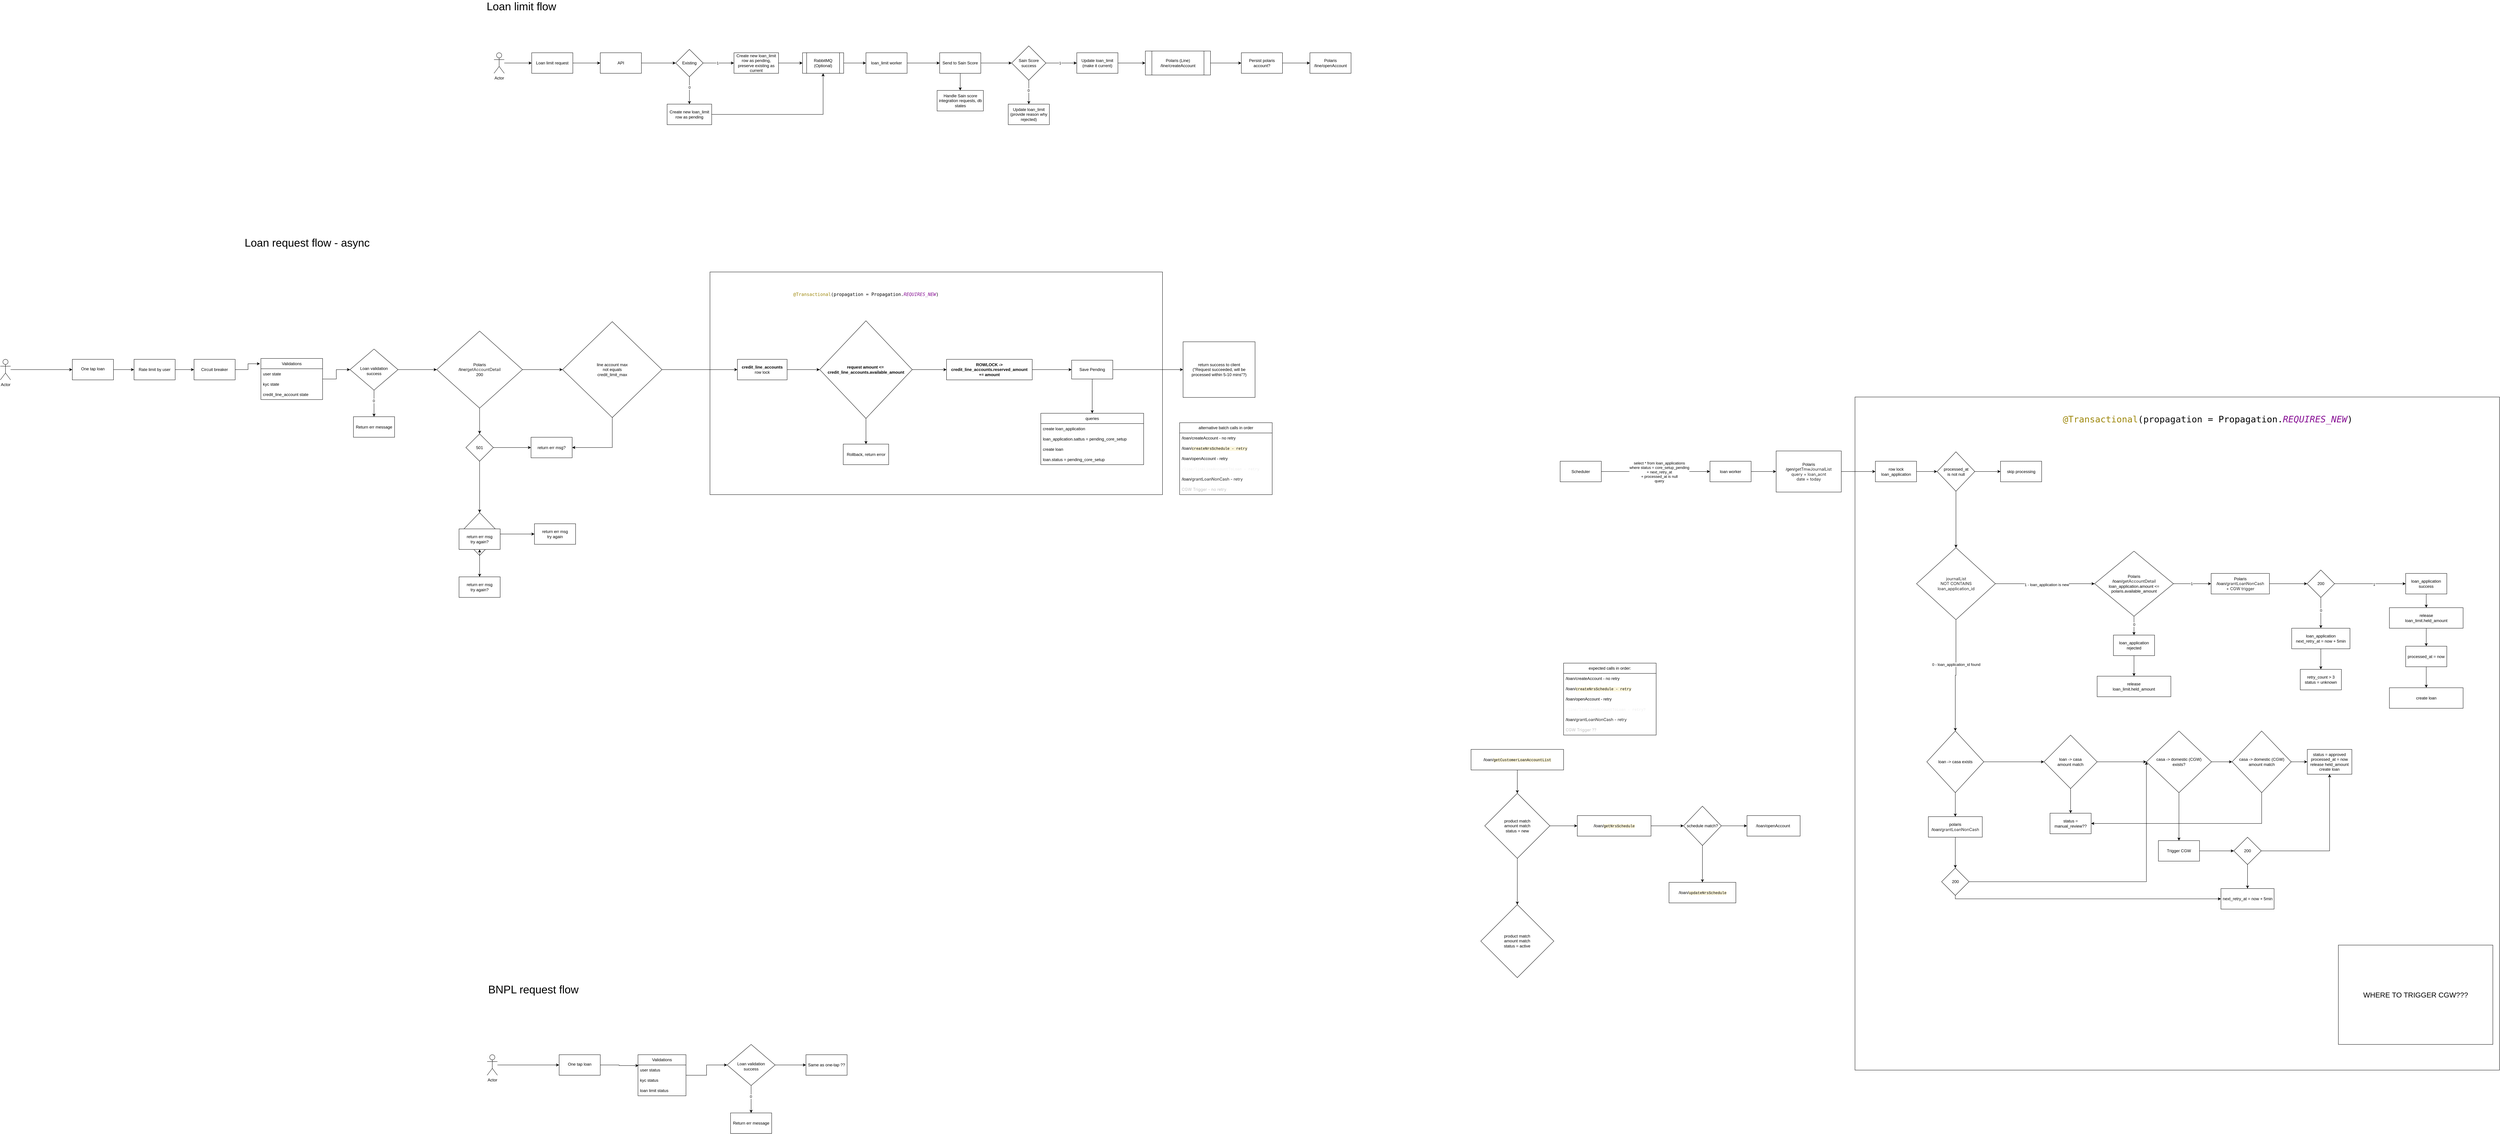
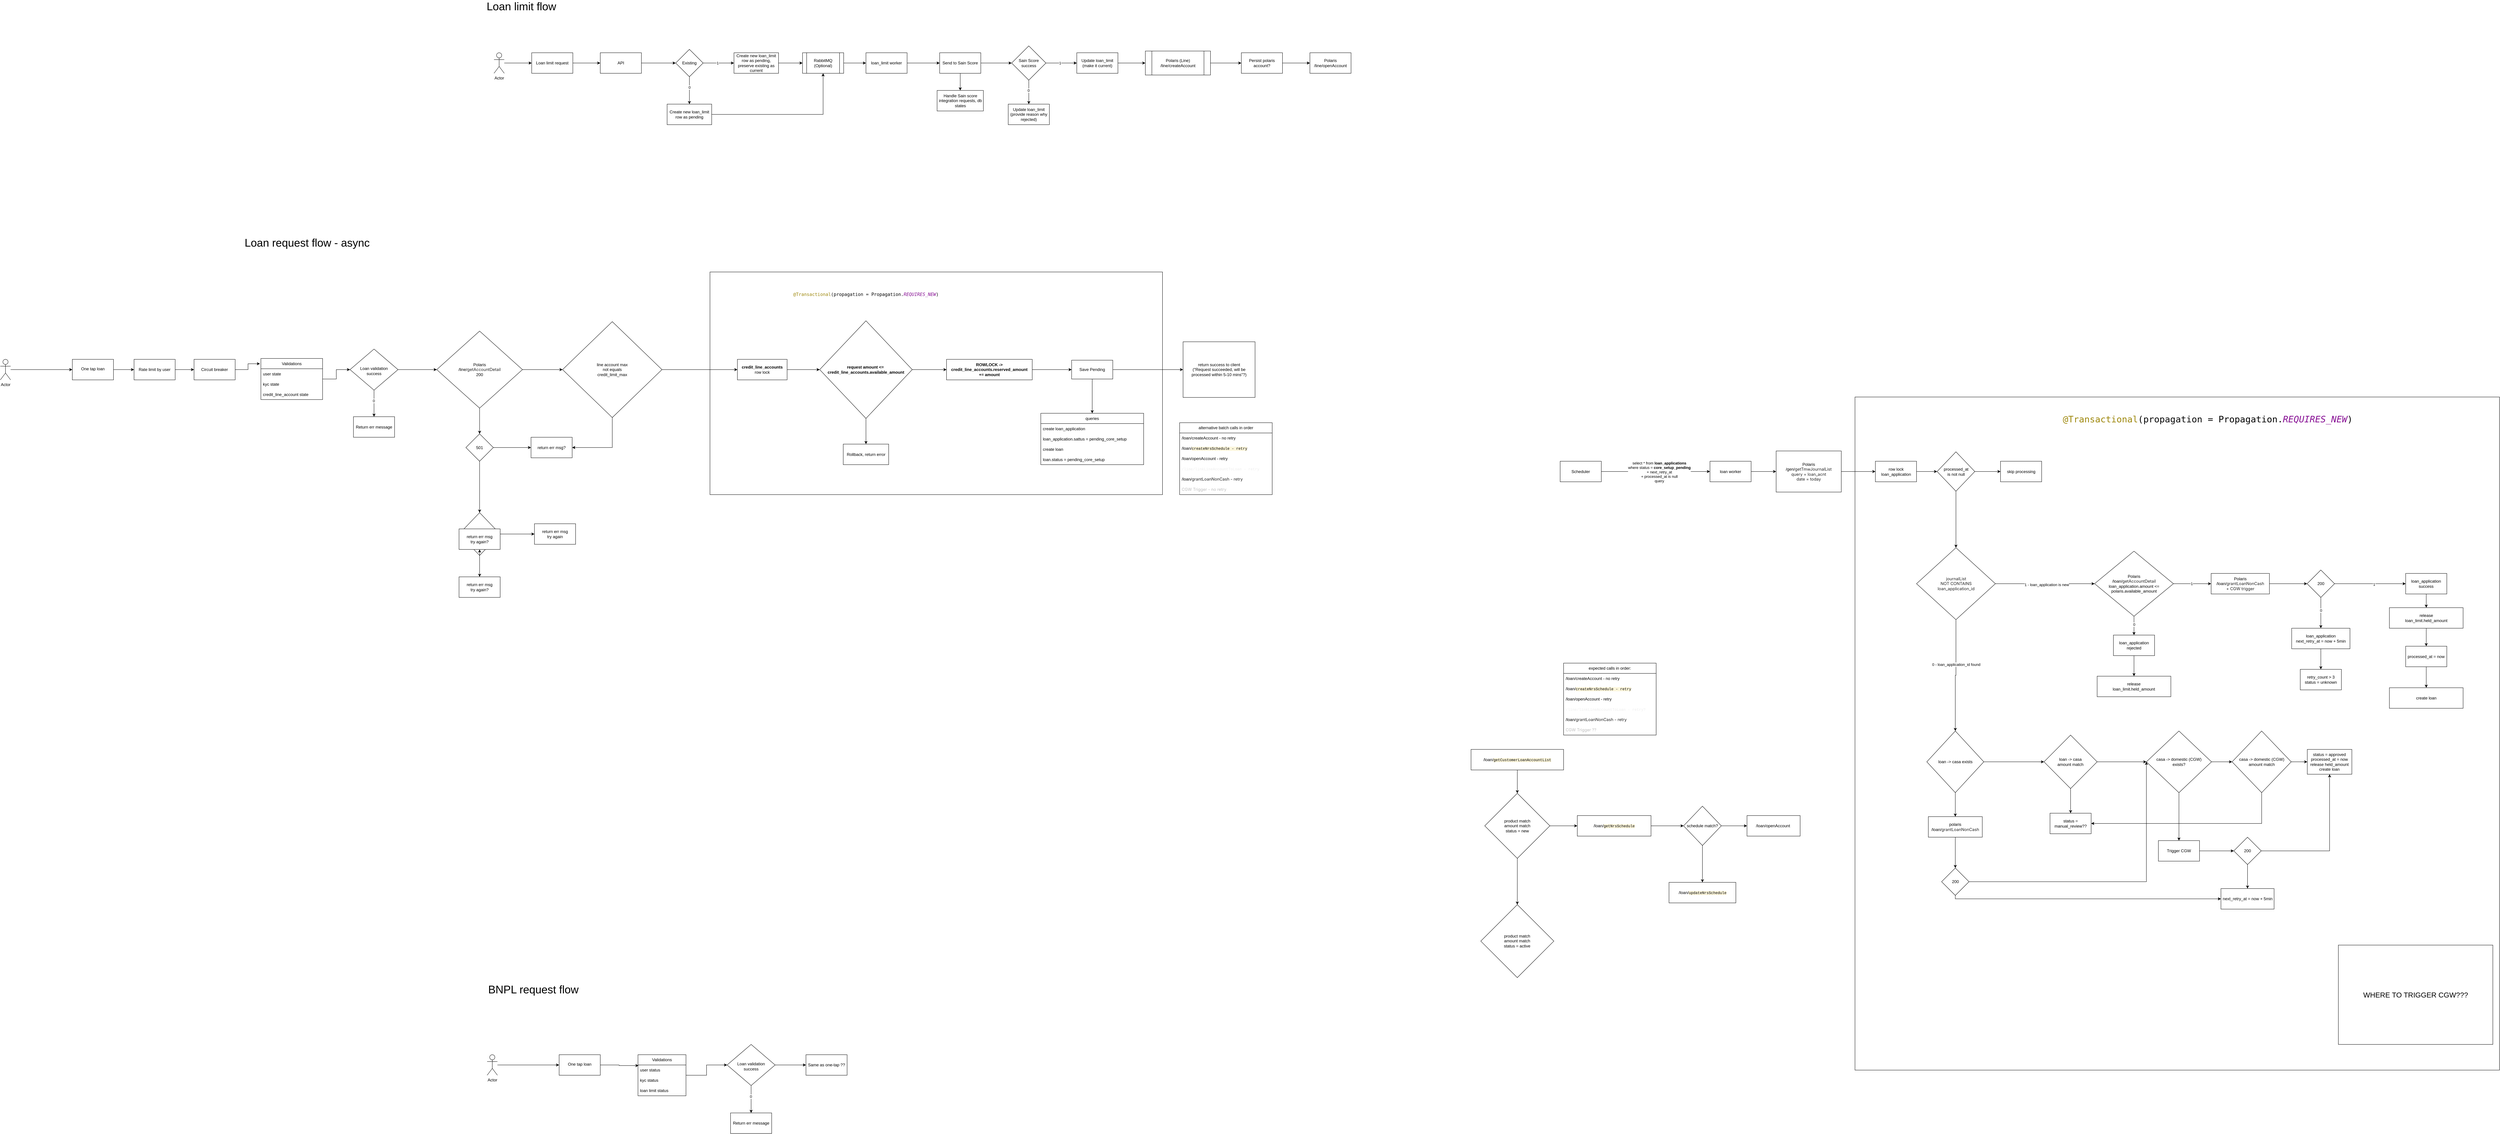
<mxfile host="app.diagrams.net">
  <diagram name="Page-1" id="VCBSuIh8bz7kurrQ0Zaz">
-     <mxGraphModel dx="3485" dy="1044" grid="1" gridSize="10" guides="1" tooltips="1" connect="1" arrows="1" fold="1" page="1" pageScale="1" pageWidth="850" pageHeight="1100" math="0" shadow="0">
+     <mxGraphModel dx="3109" dy="824" grid="1" gridSize="10" guides="1" tooltips="1" connect="1" arrows="1" fold="1" page="1" pageScale="1" pageWidth="850" pageHeight="1100" math="0" shadow="0">
      <root>
        <mxCell id="0" />
        <mxCell id="1" parent="0" />
        <mxCell id="In8fDh9ZLN2M87an2Miy-188" parent="1" style="rounded=0;whiteSpace=wrap;html=1;movable=0;resizable=0;rotatable=0;deletable=0;editable=0;locked=1;connectable=0;" value="" vertex="1">
          <mxGeometry height="1965" width="1880" x="4010" y="1215" as="geometry" />
        </mxCell>
        <mxCell id="In8fDh9ZLN2M87an2Miy-172" parent="1" style="rounded=0;whiteSpace=wrap;html=1;movable=0;resizable=0;rotatable=0;deletable=0;editable=0;locked=1;connectable=0;" value="" vertex="1">
          <mxGeometry height="650" width="1320" x="670" y="850" as="geometry" />
        </mxCell>
        <mxCell id="KqixbsF9o6dLofBvsG9t-5" edge="1" parent="1" source="KqixbsF9o6dLofBvsG9t-1" style="edgeStyle=orthogonalEdgeStyle;rounded=0;orthogonalLoop=1;jettySize=auto;html=1;" target="KqixbsF9o6dLofBvsG9t-4" value="">
          <mxGeometry relative="1" as="geometry" />
        </mxCell>
        <mxCell id="KqixbsF9o6dLofBvsG9t-1" parent="1" style="rounded=0;whiteSpace=wrap;html=1;" value="Loan limit request" vertex="1">
          <mxGeometry height="60" width="120" x="150" y="210" as="geometry" />
        </mxCell>
        <mxCell id="KqixbsF9o6dLofBvsG9t-3" edge="1" parent="1" source="KqixbsF9o6dLofBvsG9t-2" style="edgeStyle=orthogonalEdgeStyle;rounded=0;orthogonalLoop=1;jettySize=auto;html=1;" target="KqixbsF9o6dLofBvsG9t-1" value="">
          <mxGeometry relative="1" as="geometry" />
        </mxCell>
        <mxCell id="KqixbsF9o6dLofBvsG9t-2" parent="1" style="shape=umlActor;verticalLabelPosition=bottom;verticalAlign=top;html=1;outlineConnect=0;" value="Actor" vertex="1">
          <mxGeometry height="60" width="30" x="40" y="210" as="geometry" />
        </mxCell>
        <mxCell id="KqixbsF9o6dLofBvsG9t-9" edge="1" parent="1" source="KqixbsF9o6dLofBvsG9t-4" style="edgeStyle=orthogonalEdgeStyle;rounded=0;orthogonalLoop=1;jettySize=auto;html=1;" target="KqixbsF9o6dLofBvsG9t-8" value="">
          <mxGeometry relative="1" as="geometry" />
        </mxCell>
        <mxCell id="KqixbsF9o6dLofBvsG9t-4" parent="1" style="rounded=0;whiteSpace=wrap;html=1;" value="API" vertex="1">
          <mxGeometry height="60" width="120" x="350" y="210" as="geometry" />
        </mxCell>
        <mxCell id="KqixbsF9o6dLofBvsG9t-11" edge="1" parent="1" source="KqixbsF9o6dLofBvsG9t-8" style="edgeStyle=orthogonalEdgeStyle;rounded=0;orthogonalLoop=1;jettySize=auto;html=1;" target="KqixbsF9o6dLofBvsG9t-10" value="">
          <mxGeometry relative="1" as="geometry" />
        </mxCell>
        <mxCell id="KqixbsF9o6dLofBvsG9t-12" connectable="0" parent="KqixbsF9o6dLofBvsG9t-11" style="edgeLabel;html=1;align=center;verticalAlign=middle;resizable=0;points=[];" value="1" vertex="1">
          <mxGeometry relative="1" x="-0.079" as="geometry">
            <mxPoint as="offset" />
          </mxGeometry>
        </mxCell>
        <mxCell id="KqixbsF9o6dLofBvsG9t-14" edge="1" parent="1" source="KqixbsF9o6dLofBvsG9t-8" style="edgeStyle=orthogonalEdgeStyle;rounded=0;orthogonalLoop=1;jettySize=auto;html=1;" target="KqixbsF9o6dLofBvsG9t-13" value="">
          <mxGeometry relative="1" as="geometry" />
        </mxCell>
        <mxCell id="KqixbsF9o6dLofBvsG9t-15" connectable="0" parent="KqixbsF9o6dLofBvsG9t-14" style="edgeLabel;html=1;align=center;verticalAlign=middle;resizable=0;points=[];" value="0" vertex="1">
          <mxGeometry relative="1" x="-0.2407" as="geometry">
            <mxPoint as="offset" />
          </mxGeometry>
        </mxCell>
        <mxCell id="KqixbsF9o6dLofBvsG9t-8" parent="1" style="rhombus;whiteSpace=wrap;html=1;rounded=0;" value="Existing" vertex="1">
          <mxGeometry height="80" width="80" x="570" y="200" as="geometry" />
        </mxCell>
        <mxCell id="KqixbsF9o6dLofBvsG9t-23" edge="1" parent="1" source="KqixbsF9o6dLofBvsG9t-10" style="edgeStyle=orthogonalEdgeStyle;rounded=0;orthogonalLoop=1;jettySize=auto;html=1;" target="KqixbsF9o6dLofBvsG9t-22" value="">
          <mxGeometry relative="1" as="geometry" />
        </mxCell>
        <mxCell id="KqixbsF9o6dLofBvsG9t-10" parent="1" style="whiteSpace=wrap;html=1;rounded=0;" value="Create new loan_limit row as pending, preserve existing as current" vertex="1">
          <mxGeometry height="60" width="130" x="740" y="210" as="geometry" />
        </mxCell>
        <mxCell id="KqixbsF9o6dLofBvsG9t-26" edge="1" parent="1" source="KqixbsF9o6dLofBvsG9t-13" style="edgeStyle=orthogonalEdgeStyle;rounded=0;orthogonalLoop=1;jettySize=auto;html=1;entryX=0.5;entryY=1;entryDx=0;entryDy=0;" target="KqixbsF9o6dLofBvsG9t-22">
          <mxGeometry relative="1" as="geometry" />
        </mxCell>
        <mxCell id="KqixbsF9o6dLofBvsG9t-13" parent="1" style="whiteSpace=wrap;html=1;rounded=0;" value="Create new loan_limit row as pending" vertex="1">
          <mxGeometry height="60" width="130" x="545" y="360" as="geometry" />
        </mxCell>
        <mxCell id="KqixbsF9o6dLofBvsG9t-25" edge="1" parent="1" source="KqixbsF9o6dLofBvsG9t-22" style="edgeStyle=orthogonalEdgeStyle;rounded=0;orthogonalLoop=1;jettySize=auto;html=1;" target="KqixbsF9o6dLofBvsG9t-24" value="">
          <mxGeometry relative="1" as="geometry" />
        </mxCell>
        <mxCell id="KqixbsF9o6dLofBvsG9t-22" parent="1" style="shape=process;whiteSpace=wrap;html=1;backgroundOutline=1;rounded=0;" value="RabbitMQ (Optional)" vertex="1">
          <mxGeometry height="60" width="120" x="940" y="210" as="geometry" />
        </mxCell>
        <mxCell id="KqixbsF9o6dLofBvsG9t-28" edge="1" parent="1" source="KqixbsF9o6dLofBvsG9t-24" style="edgeStyle=orthogonalEdgeStyle;rounded=0;orthogonalLoop=1;jettySize=auto;html=1;" target="KqixbsF9o6dLofBvsG9t-27" value="">
          <mxGeometry relative="1" as="geometry" />
        </mxCell>
        <mxCell id="KqixbsF9o6dLofBvsG9t-24" parent="1" style="whiteSpace=wrap;html=1;rounded=0;" value="loan_limit worker" vertex="1">
          <mxGeometry height="60" width="120" x="1125" y="210" as="geometry" />
        </mxCell>
        <mxCell id="KqixbsF9o6dLofBvsG9t-30" edge="1" parent="1" source="KqixbsF9o6dLofBvsG9t-27" style="edgeStyle=orthogonalEdgeStyle;rounded=0;orthogonalLoop=1;jettySize=auto;html=1;" target="KqixbsF9o6dLofBvsG9t-29" value="">
          <mxGeometry relative="1" as="geometry" />
        </mxCell>
        <mxCell id="KqixbsF9o6dLofBvsG9t-38" edge="1" parent="1" source="KqixbsF9o6dLofBvsG9t-27" style="edgeStyle=orthogonalEdgeStyle;rounded=0;orthogonalLoop=1;jettySize=auto;html=1;" target="KqixbsF9o6dLofBvsG9t-37" value="">
          <mxGeometry relative="1" as="geometry" />
        </mxCell>
        <mxCell id="KqixbsF9o6dLofBvsG9t-27" parent="1" style="whiteSpace=wrap;html=1;rounded=0;" value="Send to Sain Score" vertex="1">
          <mxGeometry height="60" width="120" x="1340" y="210" as="geometry" />
        </mxCell>
        <mxCell id="KqixbsF9o6dLofBvsG9t-32" edge="1" parent="1" source="KqixbsF9o6dLofBvsG9t-29" style="edgeStyle=orthogonalEdgeStyle;rounded=0;orthogonalLoop=1;jettySize=auto;html=1;" target="KqixbsF9o6dLofBvsG9t-31" value="">
          <mxGeometry relative="1" as="geometry" />
        </mxCell>
        <mxCell id="KqixbsF9o6dLofBvsG9t-33" connectable="0" parent="KqixbsF9o6dLofBvsG9t-32" style="edgeLabel;html=1;align=center;verticalAlign=middle;resizable=0;points=[];" value="1" vertex="1">
          <mxGeometry relative="1" x="-0.1048" as="geometry">
            <mxPoint as="offset" />
          </mxGeometry>
        </mxCell>
        <mxCell id="KqixbsF9o6dLofBvsG9t-35" edge="1" parent="1" source="KqixbsF9o6dLofBvsG9t-29" style="edgeStyle=orthogonalEdgeStyle;rounded=0;orthogonalLoop=1;jettySize=auto;html=1;" target="KqixbsF9o6dLofBvsG9t-34" value="">
          <mxGeometry relative="1" as="geometry" />
        </mxCell>
        <mxCell id="KqixbsF9o6dLofBvsG9t-36" connectable="0" parent="KqixbsF9o6dLofBvsG9t-35" style="edgeLabel;html=1;align=center;verticalAlign=middle;resizable=0;points=[];" value="0" vertex="1">
          <mxGeometry relative="1" x="-0.1429" y="-1" as="geometry">
            <mxPoint as="offset" />
          </mxGeometry>
        </mxCell>
        <mxCell id="KqixbsF9o6dLofBvsG9t-29" parent="1" style="rhombus;whiteSpace=wrap;html=1;rounded=0;" value="Sain Score success" vertex="1">
          <mxGeometry height="100" width="100" x="1550" y="190" as="geometry" />
        </mxCell>
        <mxCell id="KqixbsF9o6dLofBvsG9t-66" edge="1" parent="1" source="KqixbsF9o6dLofBvsG9t-31" style="edgeStyle=orthogonalEdgeStyle;rounded=0;orthogonalLoop=1;jettySize=auto;html=1;" target="KqixbsF9o6dLofBvsG9t-65" value="">
          <mxGeometry relative="1" as="geometry" />
        </mxCell>
        <mxCell id="KqixbsF9o6dLofBvsG9t-31" parent="1" style="whiteSpace=wrap;html=1;rounded=0;" value="Update loan_limit (make it current)" vertex="1">
          <mxGeometry height="60" width="120" x="1740" y="210" as="geometry" />
        </mxCell>
        <mxCell id="KqixbsF9o6dLofBvsG9t-34" parent="1" style="whiteSpace=wrap;html=1;rounded=0;" value="Update loan_limit&lt;br&gt;(provide reason why rejected)" vertex="1">
          <mxGeometry height="60" width="120" x="1540" y="360" as="geometry" />
        </mxCell>
        <mxCell id="KqixbsF9o6dLofBvsG9t-37" parent="1" style="whiteSpace=wrap;html=1;rounded=0;" value="Handle Sain score integration requests, db states" vertex="1">
          <mxGeometry height="60" width="135" x="1332.5" y="320" as="geometry" />
        </mxCell>
        <mxCell id="KqixbsF9o6dLofBvsG9t-40" parent="1" style="text;html=1;whiteSpace=wrap;strokeColor=none;fillColor=none;align=center;verticalAlign=middle;rounded=0;fontSize=32;" value="Loan limit flow" vertex="1">
          <mxGeometry height="30" width="260" x="-10" y="60" as="geometry" />
        </mxCell>
        <mxCell id="KqixbsF9o6dLofBvsG9t-74" edge="1" parent="1" source="KqixbsF9o6dLofBvsG9t-65" style="edgeStyle=orthogonalEdgeStyle;rounded=0;orthogonalLoop=1;jettySize=auto;html=1;" target="KqixbsF9o6dLofBvsG9t-73" value="">
          <mxGeometry relative="1" as="geometry" />
        </mxCell>
        <mxCell id="KqixbsF9o6dLofBvsG9t-65" parent="1" style="shape=process;whiteSpace=wrap;html=1;backgroundOutline=1;rounded=0;" value="Polaris (Line)&lt;br&gt;/line/createAccount" vertex="1">
          <mxGeometry height="70" width="190" x="1940" y="205" as="geometry" />
        </mxCell>
        <mxCell id="P7TJZT1PVnBYbLh7lMs1-4" edge="1" parent="1" source="KqixbsF9o6dLofBvsG9t-73" style="edgeStyle=orthogonalEdgeStyle;rounded=0;orthogonalLoop=1;jettySize=auto;html=1;" target="P7TJZT1PVnBYbLh7lMs1-3" value="">
          <mxGeometry relative="1" as="geometry" />
        </mxCell>
        <mxCell id="KqixbsF9o6dLofBvsG9t-73" parent="1" style="whiteSpace=wrap;html=1;rounded=0;" value="Persist polaris account?" vertex="1">
          <mxGeometry height="60" width="120" x="2220" y="210" as="geometry" />
        </mxCell>
        <mxCell id="U8Ajh8Gpa-m2DNKNFQys-1" parent="1" style="text;html=1;whiteSpace=wrap;strokeColor=none;fillColor=none;align=center;verticalAlign=middle;rounded=0;fontSize=32;" value="Loan request flow - async" vertex="1">
          <mxGeometry height="30" width="590" x="-800" y="750" as="geometry" />
        </mxCell>
        <mxCell id="In8fDh9ZLN2M87an2Miy-1" edge="1" parent="1" source="In8fDh9ZLN2M87an2Miy-2" style="edgeStyle=orthogonalEdgeStyle;rounded=0;orthogonalLoop=1;jettySize=auto;html=1;" target="In8fDh9ZLN2M87an2Miy-4" value="">
          <mxGeometry relative="1" as="geometry" />
        </mxCell>
        <mxCell id="In8fDh9ZLN2M87an2Miy-2" parent="1" style="shape=umlActor;verticalLabelPosition=bottom;verticalAlign=top;html=1;outlineConnect=0;" value="Actor" vertex="1">
          <mxGeometry height="60" width="30" x="-1400" y="1105" as="geometry" />
        </mxCell>
        <mxCell id="P7TJZT1PVnBYbLh7lMs1-42" edge="1" parent="1" source="In8fDh9ZLN2M87an2Miy-4" style="edgeStyle=orthogonalEdgeStyle;rounded=0;orthogonalLoop=1;jettySize=auto;html=1;" target="P7TJZT1PVnBYbLh7lMs1-41" value="">
          <mxGeometry relative="1" as="geometry" />
        </mxCell>
        <mxCell id="In8fDh9ZLN2M87an2Miy-4" parent="1" style="whiteSpace=wrap;html=1;verticalAlign=top;" value="&lt;div&gt;&lt;br&gt;&lt;/div&gt;&lt;div&gt;One tap loan&lt;/div&gt;" vertex="1">
          <mxGeometry height="60" width="120" x="-1190" y="1105" as="geometry" />
        </mxCell>
        <mxCell id="In8fDh9ZLN2M87an2Miy-7" edge="1" parent="1" source="In8fDh9ZLN2M87an2Miy-9" style="edgeStyle=orthogonalEdgeStyle;rounded=0;orthogonalLoop=1;jettySize=auto;html=1;" target="In8fDh9ZLN2M87an2Miy-13" value="">
          <mxGeometry relative="1" as="geometry" />
        </mxCell>
        <mxCell id="In8fDh9ZLN2M87an2Miy-8" connectable="0" parent="In8fDh9ZLN2M87an2Miy-7" style="edgeLabel;html=1;align=center;verticalAlign=middle;resizable=0;points=[];" value="0" vertex="1">
          <mxGeometry relative="1" x="-0.2091" y="-1" as="geometry">
            <mxPoint as="offset" />
          </mxGeometry>
        </mxCell>
        <mxCell id="P7TJZT1PVnBYbLh7lMs1-56" edge="1" parent="1" source="In8fDh9ZLN2M87an2Miy-9" style="edgeStyle=orthogonalEdgeStyle;rounded=0;orthogonalLoop=1;jettySize=auto;html=1;entryX=0;entryY=0.5;entryDx=0;entryDy=0;" target="In8fDh9ZLN2M87an2Miy-228">
          <mxGeometry relative="1" as="geometry" />
        </mxCell>
        <mxCell id="In8fDh9ZLN2M87an2Miy-9" parent="1" style="rhombus;whiteSpace=wrap;html=1;verticalAlign=top;" value="&lt;br&gt;&lt;br&gt;&lt;div&gt;&lt;br&gt;&lt;/div&gt;&lt;div&gt;Loan validation&lt;br&gt;success&lt;/div&gt;" vertex="1">
          <mxGeometry height="120" width="140" x="-380" y="1075" as="geometry" />
        </mxCell>
        <mxCell id="In8fDh9ZLN2M87an2Miy-10" edge="1" parent="1" source="In8fDh9ZLN2M87an2Miy-12" style="edgeStyle=orthogonalEdgeStyle;rounded=0;orthogonalLoop=1;jettySize=auto;html=1;entryX=0.5;entryY=0;entryDx=0;entryDy=0;" target="In8fDh9ZLN2M87an2Miy-14">
          <mxGeometry relative="1" as="geometry" />
        </mxCell>
        <mxCell id="In8fDh9ZLN2M87an2Miy-54" edge="1" parent="1" source="In8fDh9ZLN2M87an2Miy-105" style="edgeStyle=orthogonalEdgeStyle;rounded=0;orthogonalLoop=1;jettySize=auto;html=1;exitX=1;exitY=0.5;exitDx=0;exitDy=0;" target="In8fDh9ZLN2M87an2Miy-53" value="">
          <mxGeometry relative="1" as="geometry">
            <mxPoint x="3329.5" y="1432.5" as="sourcePoint" />
          </mxGeometry>
        </mxCell>
-         <mxCell id="In8fDh9ZLN2M87an2Miy-55" connectable="0" parent="In8fDh9ZLN2M87an2Miy-54" style="edgeLabel;html=1;align=center;verticalAlign=middle;resizable=0;points=[];" value="select * from loan_applications&lt;br&gt;where status = core_setup_pending&lt;br&gt;+ next_retry_at&lt;br&gt;+ processed_at is null&lt;br&gt;query" vertex="1">
+         <mxCell id="In8fDh9ZLN2M87an2Miy-55" connectable="0" parent="In8fDh9ZLN2M87an2Miy-54" style="edgeLabel;html=1;align=center;verticalAlign=middle;resizable=0;points=[];" value="select * from &lt;b&gt;loan_applications&lt;/b&gt;&lt;br&gt;where status = &lt;b&gt;core_setup_pending&lt;/b&gt;&lt;br&gt;+ next_retry_at&lt;br&gt;+ processed_at is null&lt;br&gt;query" vertex="1">
          <mxGeometry relative="1" x="0.0637" y="-1" as="geometry">
            <mxPoint as="offset" />
          </mxGeometry>
        </mxCell>
        <mxCell id="In8fDh9ZLN2M87an2Miy-246" edge="1" parent="1" source="In8fDh9ZLN2M87an2Miy-12" style="edgeStyle=orthogonalEdgeStyle;rounded=0;orthogonalLoop=1;jettySize=auto;html=1;entryX=0;entryY=0.5;entryDx=0;entryDy=0;" target="In8fDh9ZLN2M87an2Miy-185">
          <mxGeometry relative="1" as="geometry">
            <mxPoint x="2120" y="1137" as="targetPoint" />
          </mxGeometry>
        </mxCell>
        <mxCell id="In8fDh9ZLN2M87an2Miy-12" parent="1" style="whiteSpace=wrap;html=1;verticalAlign=middle;" value="Save Pending" vertex="1">
          <mxGeometry height="55" width="120" x="1725" y="1107.5" as="geometry" />
        </mxCell>
        <mxCell id="In8fDh9ZLN2M87an2Miy-13" parent="1" style="whiteSpace=wrap;html=1;verticalAlign=middle;" value="Return err message" vertex="1">
          <mxGeometry height="60" width="120" x="-370" y="1272.5" as="geometry" />
        </mxCell>
        <mxCell id="In8fDh9ZLN2M87an2Miy-14" parent="1" style="swimlane;fontStyle=0;childLayout=stackLayout;horizontal=1;startSize=30;horizontalStack=0;resizeParent=1;resizeParentMax=0;resizeLast=0;collapsible=1;marginBottom=0;whiteSpace=wrap;html=1;" value="queries" vertex="1">
          <mxGeometry height="150" width="300" x="1635" y="1262.5" as="geometry" />
        </mxCell>
        <mxCell id="In8fDh9ZLN2M87an2Miy-15" parent="In8fDh9ZLN2M87an2Miy-14" style="text;strokeColor=none;fillColor=none;align=left;verticalAlign=middle;spacingLeft=4;spacingRight=4;overflow=hidden;points=[[0,0.5],[1,0.5]];portConstraint=eastwest;rotatable=0;whiteSpace=wrap;html=1;" value="create loan_application" vertex="1">
          <mxGeometry height="30" width="300" y="30" as="geometry" />
        </mxCell>
        <mxCell id="In8fDh9ZLN2M87an2Miy-104" parent="In8fDh9ZLN2M87an2Miy-14" style="text;strokeColor=none;fillColor=none;align=left;verticalAlign=middle;spacingLeft=4;spacingRight=4;overflow=hidden;points=[[0,0.5],[1,0.5]];portConstraint=eastwest;rotatable=0;whiteSpace=wrap;html=1;" value="loan_application.sattus = pending_core_setup" vertex="1">
          <mxGeometry height="30" width="300" y="60" as="geometry" />
        </mxCell>
        <mxCell id="In8fDh9ZLN2M87an2Miy-17" parent="In8fDh9ZLN2M87an2Miy-14" style="text;strokeColor=none;fillColor=none;align=left;verticalAlign=middle;spacingLeft=4;spacingRight=4;overflow=hidden;points=[[0,0.5],[1,0.5]];portConstraint=eastwest;rotatable=0;whiteSpace=wrap;html=1;" value="create loan" vertex="1">
          <mxGeometry height="30" width="300" y="90" as="geometry" />
        </mxCell>
        <mxCell id="P7TJZT1PVnBYbLh7lMs1-40" parent="In8fDh9ZLN2M87an2Miy-14" style="text;strokeColor=none;fillColor=none;align=left;verticalAlign=middle;spacingLeft=4;spacingRight=4;overflow=hidden;points=[[0,0.5],[1,0.5]];portConstraint=eastwest;rotatable=0;whiteSpace=wrap;html=1;" value="loan.status = pending_core_setup" vertex="1">
          <mxGeometry height="30" width="300" y="120" as="geometry" />
        </mxCell>
        <mxCell id="In8fDh9ZLN2M87an2Miy-32" edge="1" parent="1" source="In8fDh9ZLN2M87an2Miy-27" style="edgeStyle=orthogonalEdgeStyle;rounded=0;orthogonalLoop=1;jettySize=auto;html=1;entryX=0;entryY=0.5;entryDx=0;entryDy=0;" target="In8fDh9ZLN2M87an2Miy-9">
          <mxGeometry relative="1" as="geometry" />
        </mxCell>
        <mxCell id="In8fDh9ZLN2M87an2Miy-27" parent="1" style="swimlane;fontStyle=0;childLayout=stackLayout;horizontal=1;startSize=30;horizontalStack=0;resizeParent=1;resizeParentMax=0;resizeLast=0;collapsible=1;marginBottom=0;whiteSpace=wrap;html=1;" value="Validations" vertex="1">
          <mxGeometry height="120" width="180" x="-640" y="1102.5" as="geometry" />
        </mxCell>
        <mxCell id="In8fDh9ZLN2M87an2Miy-28" parent="In8fDh9ZLN2M87an2Miy-27" style="text;strokeColor=none;fillColor=none;align=left;verticalAlign=middle;spacingLeft=4;spacingRight=4;overflow=hidden;points=[[0,0.5],[1,0.5]];portConstraint=eastwest;rotatable=0;whiteSpace=wrap;html=1;" value="user state" vertex="1">
          <mxGeometry height="30" width="180" y="30" as="geometry" />
        </mxCell>
        <mxCell id="In8fDh9ZLN2M87an2Miy-29" parent="In8fDh9ZLN2M87an2Miy-27" style="text;strokeColor=none;fillColor=none;align=left;verticalAlign=middle;spacingLeft=4;spacingRight=4;overflow=hidden;points=[[0,0.5],[1,0.5]];portConstraint=eastwest;rotatable=0;whiteSpace=wrap;html=1;" value="kyc state" vertex="1">
          <mxGeometry height="30" width="180" y="60" as="geometry" />
        </mxCell>
        <mxCell id="In8fDh9ZLN2M87an2Miy-33" parent="In8fDh9ZLN2M87an2Miy-27" style="text;strokeColor=none;fillColor=none;align=left;verticalAlign=middle;spacingLeft=4;spacingRight=4;overflow=hidden;points=[[0,0.5],[1,0.5]];portConstraint=eastwest;rotatable=0;whiteSpace=wrap;html=1;" value="credit_line_account state" vertex="1">
          <mxGeometry height="30" width="180" y="90" as="geometry" />
        </mxCell>
        <mxCell id="In8fDh9ZLN2M87an2Miy-116" edge="1" parent="1" source="In8fDh9ZLN2M87an2Miy-53" style="edgeStyle=orthogonalEdgeStyle;rounded=0;orthogonalLoop=1;jettySize=auto;html=1;entryX=0;entryY=0.5;entryDx=0;entryDy=0;" target="In8fDh9ZLN2M87an2Miy-68">
          <mxGeometry relative="1" as="geometry" />
        </mxCell>
        <mxCell id="In8fDh9ZLN2M87an2Miy-53" parent="1" style="whiteSpace=wrap;html=1;" value="loan worker" vertex="1">
          <mxGeometry height="60" width="120" x="3587" y="1402.5" as="geometry" />
        </mxCell>
        <mxCell id="In8fDh9ZLN2M87an2Miy-67" edge="1" parent="1" source="In8fDh9ZLN2M87an2Miy-58" style="edgeStyle=orthogonalEdgeStyle;rounded=0;orthogonalLoop=1;jettySize=auto;html=1;entryX=0;entryY=0.5;entryDx=0;entryDy=0;" target="In8fDh9ZLN2M87an2Miy-66" value="">
          <mxGeometry relative="1" as="geometry">
            <mxPoint x="5343.87" y="1760" as="targetPoint" />
          </mxGeometry>
        </mxCell>
        <mxCell id="In8fDh9ZLN2M87an2Miy-58" parent="1" style="whiteSpace=wrap;html=1;" value="Polaris /loan/&lt;span style=&quot;color: rgb(33, 33, 33); font-family: Inter, system-ui, -apple-system, &amp;quot;system-ui&amp;quot;, &amp;quot;Segoe UI&amp;quot;, Roboto, Oxygen, Ubuntu, Cantarell, &amp;quot;Fira Sans&amp;quot;, &amp;quot;Droid Sans&amp;quot;, Helvetica, Arial, sans-serif; text-align: left; white-space: pre-wrap; background-color: rgb(255, 255, 255);&quot;&gt;grantLoanNonCash&lt;br/&gt;+ CGW trigger&lt;/span&gt;" vertex="1">
          <mxGeometry height="60" width="170" x="5048.87" y="1730" as="geometry" />
        </mxCell>
        <mxCell id="In8fDh9ZLN2M87an2Miy-62" edge="1" parent="1" source="In8fDh9ZLN2M87an2Miy-59" style="edgeStyle=orthogonalEdgeStyle;rounded=0;orthogonalLoop=1;jettySize=auto;html=1;" target="In8fDh9ZLN2M87an2Miy-61" value="">
          <mxGeometry relative="1" as="geometry" />
        </mxCell>
        <mxCell id="In8fDh9ZLN2M87an2Miy-91" connectable="0" parent="In8fDh9ZLN2M87an2Miy-62" style="edgeLabel;html=1;align=center;verticalAlign=middle;resizable=0;points=[];" value="0" vertex="1">
          <mxGeometry relative="1" x="-0.1431" as="geometry">
            <mxPoint as="offset" />
          </mxGeometry>
        </mxCell>
        <mxCell id="In8fDh9ZLN2M87an2Miy-65" edge="1" parent="1" source="In8fDh9ZLN2M87an2Miy-59" style="edgeStyle=orthogonalEdgeStyle;rounded=0;orthogonalLoop=1;jettySize=auto;html=1;" target="In8fDh9ZLN2M87an2Miy-58">
          <mxGeometry relative="1" as="geometry" />
        </mxCell>
        <mxCell id="In8fDh9ZLN2M87an2Miy-90" connectable="0" parent="In8fDh9ZLN2M87an2Miy-65" style="edgeLabel;html=1;align=center;verticalAlign=middle;resizable=0;points=[];" value="1" vertex="1">
          <mxGeometry relative="1" x="-0.0451" as="geometry">
            <mxPoint as="offset" />
          </mxGeometry>
        </mxCell>
        <mxCell id="In8fDh9ZLN2M87an2Miy-59" parent="1" style="rhombus;whiteSpace=wrap;html=1;" value="Polaris&lt;br&gt;/loan/&lt;span style=&quot;color: rgb(33, 33, 33); font-family: Inter, system-ui, -apple-system, &amp;quot;system-ui&amp;quot;, &amp;quot;Segoe UI&amp;quot;, Roboto, Oxygen, Ubuntu, Cantarell, &amp;quot;Fira Sans&amp;quot;, &amp;quot;Droid Sans&amp;quot;, Helvetica, Arial, sans-serif; text-align: left; white-space: pre-wrap; background-color: rgb(255, 255, 255);&quot;&gt;getAccountDetail&lt;/span&gt;&lt;br&gt;loan_application.amount &amp;lt;= polaris.available_amount" vertex="1">
          <mxGeometry height="190" width="230" x="4708.87" y="1665" as="geometry" />
        </mxCell>
        <mxCell id="In8fDh9ZLN2M87an2Miy-64" edge="1" parent="1" source="In8fDh9ZLN2M87an2Miy-61" style="edgeStyle=orthogonalEdgeStyle;rounded=0;orthogonalLoop=1;jettySize=auto;html=1;" target="In8fDh9ZLN2M87an2Miy-63" value="">
          <mxGeometry relative="1" as="geometry" />
        </mxCell>
        <mxCell id="In8fDh9ZLN2M87an2Miy-61" parent="1" style="whiteSpace=wrap;html=1;" value="loan_application&lt;br&gt;rejected" vertex="1">
          <mxGeometry height="60" width="120" x="4763.87" y="1910" as="geometry" />
        </mxCell>
        <mxCell id="In8fDh9ZLN2M87an2Miy-63" parent="1" style="whiteSpace=wrap;html=1;" value="release &lt;br&gt;loan_limit.held_amount" vertex="1">
          <mxGeometry height="60" width="215" x="4716.37" y="2030" as="geometry" />
        </mxCell>
        <mxCell id="In8fDh9ZLN2M87an2Miy-81" edge="1" parent="1" source="In8fDh9ZLN2M87an2Miy-66" style="edgeStyle=orthogonalEdgeStyle;rounded=0;orthogonalLoop=1;jettySize=auto;html=1;entryX=0;entryY=0.5;entryDx=0;entryDy=0;" target="In8fDh9ZLN2M87an2Miy-79">
          <mxGeometry relative="1" as="geometry" />
        </mxCell>
        <mxCell id="In8fDh9ZLN2M87an2Miy-92" connectable="0" parent="In8fDh9ZLN2M87an2Miy-81" style="edgeLabel;html=1;align=center;verticalAlign=middle;resizable=0;points=[];" value="1" vertex="1">
          <mxGeometry relative="1" x="0.1055" y="-2" as="geometry">
            <mxPoint as="offset" />
          </mxGeometry>
        </mxCell>
        <mxCell id="In8fDh9ZLN2M87an2Miy-83" edge="1" parent="1" source="In8fDh9ZLN2M87an2Miy-66" style="edgeStyle=orthogonalEdgeStyle;rounded=0;orthogonalLoop=1;jettySize=auto;html=1;" target="In8fDh9ZLN2M87an2Miy-82" value="">
          <mxGeometry relative="1" as="geometry" />
        </mxCell>
        <mxCell id="In8fDh9ZLN2M87an2Miy-93" connectable="0" parent="In8fDh9ZLN2M87an2Miy-83" style="edgeLabel;html=1;align=center;verticalAlign=middle;resizable=0;points=[];" value="0" vertex="1">
          <mxGeometry relative="1" x="-0.1623" as="geometry">
            <mxPoint as="offset" />
          </mxGeometry>
        </mxCell>
        <mxCell id="In8fDh9ZLN2M87an2Miy-66" parent="1" style="rhombus;whiteSpace=wrap;html=1;" value="200" vertex="1">
          <mxGeometry height="80" width="80" x="5328.87" y="1720" as="geometry" />
        </mxCell>
        <mxCell id="In8fDh9ZLN2M87an2Miy-119" edge="1" parent="1" source="In8fDh9ZLN2M87an2Miy-68" style="edgeStyle=orthogonalEdgeStyle;rounded=0;orthogonalLoop=1;jettySize=auto;html=1;" target="In8fDh9ZLN2M87an2Miy-118" value="">
          <mxGeometry relative="1" as="geometry" />
        </mxCell>
        <mxCell id="In8fDh9ZLN2M87an2Miy-68" parent="1" style="whiteSpace=wrap;html=1;" value="Polaris&lt;br&gt;/gen/&lt;span style=&quot;white-space: pre-wrap; color: rgb(33, 33, 33); font-family: Inter, system-ui, -apple-system, &amp;quot;system-ui&amp;quot;, &amp;quot;Segoe UI&amp;quot;, Roboto, Oxygen, Ubuntu, Cantarell, &amp;quot;Fira Sans&amp;quot;, &amp;quot;Droid Sans&amp;quot;, Helvetica, Arial, sans-serif; text-align: left; background-color: rgb(255, 255, 255);&quot;&gt;getTmwJournalList&lt;br&gt;query = loan_acnt&lt;br/&gt;date = today&lt;/span&gt;" vertex="1">
          <mxGeometry height="120" width="190" x="3780" y="1372.5" as="geometry" />
        </mxCell>
        <mxCell id="In8fDh9ZLN2M87an2Miy-71" edge="1" parent="1" source="In8fDh9ZLN2M87an2Miy-69" style="edgeStyle=orthogonalEdgeStyle;rounded=0;orthogonalLoop=1;jettySize=auto;html=1;entryX=0;entryY=0.5;entryDx=0;entryDy=0;" target="In8fDh9ZLN2M87an2Miy-59">
          <mxGeometry relative="1" as="geometry" />
        </mxCell>
        <mxCell id="In8fDh9ZLN2M87an2Miy-77" connectable="0" parent="In8fDh9ZLN2M87an2Miy-71" style="edgeLabel;html=1;align=center;verticalAlign=middle;resizable=0;points=[];" value="1 - loan_application is new" vertex="1">
          <mxGeometry relative="1" x="0.0312" y="-3" as="geometry">
            <mxPoint as="offset" />
          </mxGeometry>
        </mxCell>
        <mxCell id="In8fDh9ZLN2M87an2Miy-73" edge="1" parent="1" source="In8fDh9ZLN2M87an2Miy-69" style="edgeStyle=orthogonalEdgeStyle;rounded=0;orthogonalLoop=1;jettySize=auto;html=1;entryX=0.5;entryY=0;entryDx=0;entryDy=0;" target="In8fDh9ZLN2M87an2Miy-111" value="">
          <mxGeometry relative="1" as="geometry">
            <mxPoint x="4303.87" y="1960" as="targetPoint" />
          </mxGeometry>
        </mxCell>
        <mxCell id="In8fDh9ZLN2M87an2Miy-74" connectable="0" parent="In8fDh9ZLN2M87an2Miy-73" style="edgeLabel;html=1;align=center;verticalAlign=middle;resizable=0;points=[];" value="0 - loan_application_id found" vertex="1">
          <mxGeometry relative="1" x="-0.1975" as="geometry">
            <mxPoint as="offset" />
          </mxGeometry>
        </mxCell>
        <mxCell id="In8fDh9ZLN2M87an2Miy-69" parent="1" style="rhombus;whiteSpace=wrap;html=1;verticalAlign=middle;" value="&lt;div style=&quot;text-align: center;&quot;&gt;&lt;span style=&quot;background-color: light-dark(rgb(255, 255, 255), rgb(18, 18, 18)); color: light-dark(rgb(33, 33, 33), rgb(209, 209, 209)); font-family: Inter, system-ui, -apple-system, &amp;quot;system-ui&amp;quot;, &amp;quot;Segoe UI&amp;quot;, Roboto, Oxygen, Ubuntu, Cantarell, &amp;quot;Fira Sans&amp;quot;, &amp;quot;Droid Sans&amp;quot;, Helvetica, Arial, sans-serif; text-align: left; white-space: pre-wrap;&quot;&gt;journalList&lt;br&gt;NOT CONTAINS&lt;/span&gt;&lt;/div&gt;&lt;span style=&quot;white-space: pre-wrap; color: rgb(33, 33, 33); font-family: Inter, system-ui, -apple-system, &amp;quot;system-ui&amp;quot;, &amp;quot;Segoe UI&amp;quot;, Roboto, Oxygen, Ubuntu, Cantarell, &amp;quot;Fira Sans&amp;quot;, &amp;quot;Droid Sans&amp;quot;, Helvetica, Arial, sans-serif; text-align: left; background-color: rgb(255, 255, 255);&quot;&gt;loan_application_id&lt;/span&gt;" vertex="1">
          <mxGeometry height="210" width="230" x="4189.5" y="1655" as="geometry" />
        </mxCell>
        <mxCell id="In8fDh9ZLN2M87an2Miy-78" edge="1" parent="1" source="In8fDh9ZLN2M87an2Miy-79" style="edgeStyle=orthogonalEdgeStyle;rounded=0;orthogonalLoop=1;jettySize=auto;html=1;" target="In8fDh9ZLN2M87an2Miy-80" value="">
          <mxGeometry relative="1" as="geometry" />
        </mxCell>
        <mxCell id="In8fDh9ZLN2M87an2Miy-79" parent="1" style="whiteSpace=wrap;html=1;" value="loan_application&lt;br&gt;success" vertex="1">
          <mxGeometry height="60" width="120" x="5616.37" y="1730" as="geometry" />
        </mxCell>
        <mxCell id="In8fDh9ZLN2M87an2Miy-132" edge="1" parent="1" source="In8fDh9ZLN2M87an2Miy-80" style="edgeStyle=orthogonalEdgeStyle;rounded=0;orthogonalLoop=1;jettySize=auto;html=1;" target="In8fDh9ZLN2M87an2Miy-131" value="">
          <mxGeometry relative="1" as="geometry" />
        </mxCell>
        <mxCell id="In8fDh9ZLN2M87an2Miy-80" parent="1" style="whiteSpace=wrap;html=1;" value="release &lt;br&gt;loan_limit.held_amount" vertex="1">
          <mxGeometry height="60" width="215" x="5568.87" y="1830" as="geometry" />
        </mxCell>
        <mxCell id="In8fDh9ZLN2M87an2Miy-95" edge="1" parent="1" source="In8fDh9ZLN2M87an2Miy-82" style="edgeStyle=orthogonalEdgeStyle;rounded=0;orthogonalLoop=1;jettySize=auto;html=1;" target="In8fDh9ZLN2M87an2Miy-94" value="">
          <mxGeometry relative="1" as="geometry" />
        </mxCell>
        <mxCell id="In8fDh9ZLN2M87an2Miy-82" parent="1" style="whiteSpace=wrap;html=1;" value="loan_application&lt;br&gt;next_retry_at = now + 5min" vertex="1">
          <mxGeometry height="60" width="170" x="5283.87" y="1890" as="geometry" />
        </mxCell>
        <mxCell id="In8fDh9ZLN2M87an2Miy-88" parent="1" style="whiteSpace=wrap;html=1;" value="create loan" vertex="1">
          <mxGeometry height="60" width="215" x="5568.87" y="2063.75" as="geometry" />
        </mxCell>
        <mxCell id="In8fDh9ZLN2M87an2Miy-94" parent="1" style="whiteSpace=wrap;html=1;" value="retry_count &amp;gt; 3&lt;br&gt;status = unknown" vertex="1">
          <mxGeometry height="60" width="120" x="5308.87" y="2010" as="geometry" />
        </mxCell>
        <mxCell id="In8fDh9ZLN2M87an2Miy-105" parent="1" style="rounded=0;whiteSpace=wrap;html=1;" value="Scheduler" vertex="1">
          <mxGeometry height="60" width="120" x="3150" y="1402.5" as="geometry" />
        </mxCell>
        <mxCell id="In8fDh9ZLN2M87an2Miy-127" edge="1" parent="1" source="In8fDh9ZLN2M87an2Miy-111" style="edgeStyle=orthogonalEdgeStyle;rounded=0;orthogonalLoop=1;jettySize=auto;html=1;" target="In8fDh9ZLN2M87an2Miy-126" value="">
          <mxGeometry relative="1" as="geometry" />
        </mxCell>
        <mxCell id="In8fDh9ZLN2M87an2Miy-135" edge="1" parent="1" source="In8fDh9ZLN2M87an2Miy-111" style="edgeStyle=orthogonalEdgeStyle;rounded=0;orthogonalLoop=1;jettySize=auto;html=1;entryX=0;entryY=0.5;entryDx=0;entryDy=0;" target="In8fDh9ZLN2M87an2Miy-222">
          <mxGeometry relative="1" as="geometry">
            <mxPoint x="4520" y="2280" as="targetPoint" />
          </mxGeometry>
        </mxCell>
        <mxCell id="In8fDh9ZLN2M87an2Miy-111" parent="1" style="rhombus;whiteSpace=wrap;html=1;" value="loan -&amp;gt; casa exists" vertex="1">
          <mxGeometry height="180" width="166.25" x="4219.5" y="2190" as="geometry" />
        </mxCell>
        <mxCell id="In8fDh9ZLN2M87an2Miy-113" parent="1" style="whiteSpace=wrap;html=1;" value="status = approved&lt;br&gt;processed_at = now&lt;br&gt;release held_amount&lt;br&gt;create loan" vertex="1">
          <mxGeometry height="72.5" width="130" x="5329.37" y="2243.75" as="geometry" />
        </mxCell>
        <mxCell id="In8fDh9ZLN2M87an2Miy-122" edge="1" parent="1" source="In8fDh9ZLN2M87an2Miy-118" style="edgeStyle=orthogonalEdgeStyle;rounded=0;orthogonalLoop=1;jettySize=auto;html=1;" target="In8fDh9ZLN2M87an2Miy-121" value="">
          <mxGeometry relative="1" as="geometry" />
        </mxCell>
        <mxCell id="In8fDh9ZLN2M87an2Miy-118" parent="1" style="whiteSpace=wrap;html=1;" value="row lock&lt;br&gt;loan_application" vertex="1">
          <mxGeometry height="60" width="120" x="4069.5" y="1402.5" as="geometry" />
        </mxCell>
        <mxCell id="In8fDh9ZLN2M87an2Miy-124" edge="1" parent="1" source="In8fDh9ZLN2M87an2Miy-121" style="edgeStyle=orthogonalEdgeStyle;rounded=0;orthogonalLoop=1;jettySize=auto;html=1;" target="In8fDh9ZLN2M87an2Miy-123" value="">
          <mxGeometry relative="1" as="geometry" />
        </mxCell>
        <mxCell id="In8fDh9ZLN2M87an2Miy-125" edge="1" parent="1" source="In8fDh9ZLN2M87an2Miy-121" style="edgeStyle=orthogonalEdgeStyle;rounded=0;orthogonalLoop=1;jettySize=auto;html=1;entryX=0.5;entryY=0;entryDx=0;entryDy=0;" target="In8fDh9ZLN2M87an2Miy-69">
          <mxGeometry relative="1" as="geometry" />
        </mxCell>
        <mxCell id="In8fDh9ZLN2M87an2Miy-121" parent="1" style="rhombus;whiteSpace=wrap;html=1;" value="processed_at &lt;br&gt;is not null" vertex="1">
          <mxGeometry height="115" width="110" x="4249.5" y="1375" as="geometry" />
        </mxCell>
        <mxCell id="In8fDh9ZLN2M87an2Miy-123" parent="1" style="whiteSpace=wrap;html=1;" value="skip processing" vertex="1">
          <mxGeometry height="60" width="120" x="4434.5" y="1402.5" as="geometry" />
        </mxCell>
        <mxCell id="In8fDh9ZLN2M87an2Miy-216" edge="1" parent="1" source="In8fDh9ZLN2M87an2Miy-126" style="edgeStyle=orthogonalEdgeStyle;rounded=0;orthogonalLoop=1;jettySize=auto;html=1;entryX=0.5;entryY=0;entryDx=0;entryDy=0;" target="In8fDh9ZLN2M87an2Miy-214">
          <mxGeometry relative="1" as="geometry" />
        </mxCell>
        <mxCell id="In8fDh9ZLN2M87an2Miy-126" parent="1" style="whiteSpace=wrap;html=1;" value="polaris&lt;br&gt;/loan/&lt;span style=&quot;white-space: pre-wrap; color: rgb(33, 33, 33); font-family: Inter, system-ui, -apple-system, &amp;quot;system-ui&amp;quot;, &amp;quot;Segoe UI&amp;quot;, Roboto, Oxygen, Ubuntu, Cantarell, &amp;quot;Fira Sans&amp;quot;, &amp;quot;Droid Sans&amp;quot;, Helvetica, Arial, sans-serif; text-align: left; background-color: rgb(255, 255, 255);&quot;&gt;grantLoanNonCash&lt;/span&gt;" vertex="1">
          <mxGeometry height="60" width="157.38" x="4223.93" y="2440" as="geometry" />
        </mxCell>
        <mxCell id="In8fDh9ZLN2M87an2Miy-130" parent="1" style="rounded=0;whiteSpace=wrap;html=1;fontSize=21;" value="WHERE TO TRIGGER CGW???" vertex="1">
          <mxGeometry height="290" width="450.63" x="5420" y="2815" as="geometry" />
        </mxCell>
        <mxCell id="In8fDh9ZLN2M87an2Miy-133" edge="1" parent="1" source="In8fDh9ZLN2M87an2Miy-131" style="edgeStyle=orthogonalEdgeStyle;rounded=0;orthogonalLoop=1;jettySize=auto;html=1;" target="In8fDh9ZLN2M87an2Miy-88" value="">
          <mxGeometry relative="1" as="geometry" />
        </mxCell>
        <mxCell id="In8fDh9ZLN2M87an2Miy-131" parent="1" style="whiteSpace=wrap;html=1;" value="processed_at = now" vertex="1">
          <mxGeometry height="60" width="120" x="5616.37" y="1942.5" as="geometry" />
        </mxCell>
        <mxCell id="In8fDh9ZLN2M87an2Miy-141" edge="1" parent="1" source="In8fDh9ZLN2M87an2Miy-134" style="edgeStyle=orthogonalEdgeStyle;rounded=0;orthogonalLoop=1;jettySize=auto;html=1;entryX=0;entryY=0.5;entryDx=0;entryDy=0;" target="In8fDh9ZLN2M87an2Miy-139">
          <mxGeometry relative="1" as="geometry" />
        </mxCell>
        <mxCell id="In8fDh9ZLN2M87an2Miy-145" edge="1" parent="1" source="In8fDh9ZLN2M87an2Miy-134" style="edgeStyle=orthogonalEdgeStyle;rounded=0;orthogonalLoop=1;jettySize=auto;html=1;" target="In8fDh9ZLN2M87an2Miy-144" value="">
          <mxGeometry relative="1" as="geometry" />
        </mxCell>
        <mxCell id="In8fDh9ZLN2M87an2Miy-134" parent="1" style="rhombus;whiteSpace=wrap;html=1;" value="casa -&amp;gt; domestic (CGW)&lt;br&gt;exists?" vertex="1">
          <mxGeometry height="180" width="190" x="4860" y="2190" as="geometry" />
        </mxCell>
        <mxCell id="In8fDh9ZLN2M87an2Miy-142" edge="1" parent="1" source="In8fDh9ZLN2M87an2Miy-139" style="edgeStyle=orthogonalEdgeStyle;rounded=0;orthogonalLoop=1;jettySize=auto;html=1;entryX=0;entryY=0.5;entryDx=0;entryDy=0;" target="In8fDh9ZLN2M87an2Miy-113">
          <mxGeometry relative="1" as="geometry" />
        </mxCell>
        <mxCell id="In8fDh9ZLN2M87an2Miy-227" edge="1" parent="1" source="In8fDh9ZLN2M87an2Miy-139" style="edgeStyle=orthogonalEdgeStyle;rounded=0;orthogonalLoop=1;jettySize=auto;html=1;entryX=1;entryY=0.5;entryDx=0;entryDy=0;" target="In8fDh9ZLN2M87an2Miy-225">
          <mxGeometry relative="1" as="geometry">
            <Array as="points">
              <mxPoint x="5196" y="2460" />
            </Array>
          </mxGeometry>
        </mxCell>
        <mxCell id="In8fDh9ZLN2M87an2Miy-139" parent="1" style="rhombus;whiteSpace=wrap;html=1;" value="casa -&amp;gt; domestic (CGW)&lt;br&gt;amount match" vertex="1">
          <mxGeometry height="180" width="172.5" x="5110" y="2190" as="geometry" />
        </mxCell>
        <mxCell id="In8fDh9ZLN2M87an2Miy-147" edge="1" parent="1" source="In8fDh9ZLN2M87an2Miy-144" style="edgeStyle=orthogonalEdgeStyle;rounded=0;orthogonalLoop=1;jettySize=auto;html=1;" target="In8fDh9ZLN2M87an2Miy-146" value="">
          <mxGeometry relative="1" as="geometry" />
        </mxCell>
        <mxCell id="In8fDh9ZLN2M87an2Miy-144" parent="1" style="whiteSpace=wrap;html=1;" value="Trigger CGW" vertex="1">
          <mxGeometry height="60" width="120" x="4895" y="2510" as="geometry" />
        </mxCell>
        <mxCell id="In8fDh9ZLN2M87an2Miy-148" edge="1" parent="1" source="In8fDh9ZLN2M87an2Miy-146" style="edgeStyle=orthogonalEdgeStyle;rounded=0;orthogonalLoop=1;jettySize=auto;html=1;entryX=0.5;entryY=1;entryDx=0;entryDy=0;" target="In8fDh9ZLN2M87an2Miy-113">
          <mxGeometry relative="1" as="geometry" />
        </mxCell>
        <mxCell id="In8fDh9ZLN2M87an2Miy-150" edge="1" parent="1" source="In8fDh9ZLN2M87an2Miy-146" style="edgeStyle=orthogonalEdgeStyle;rounded=0;orthogonalLoop=1;jettySize=auto;html=1;" target="In8fDh9ZLN2M87an2Miy-149" value="">
          <mxGeometry relative="1" as="geometry" />
        </mxCell>
        <mxCell id="In8fDh9ZLN2M87an2Miy-146" parent="1" style="rhombus;whiteSpace=wrap;html=1;" value="200" vertex="1">
          <mxGeometry height="80" width="80" x="5115" y="2500" as="geometry" />
        </mxCell>
        <mxCell id="In8fDh9ZLN2M87an2Miy-149" parent="1" style="whiteSpace=wrap;html=1;" value="next_retry_at = now + 5min" vertex="1">
          <mxGeometry height="60" width="155" x="5077.5" y="2650" as="geometry" />
        </mxCell>
        <mxCell id="In8fDh9ZLN2M87an2Miy-176" edge="1" parent="1" source="In8fDh9ZLN2M87an2Miy-152" style="edgeStyle=orthogonalEdgeStyle;rounded=0;orthogonalLoop=1;jettySize=auto;html=1;" target="In8fDh9ZLN2M87an2Miy-175" value="">
          <mxGeometry relative="1" as="geometry" />
        </mxCell>
        <mxCell id="In8fDh9ZLN2M87an2Miy-244" edge="1" parent="1" source="In8fDh9ZLN2M87an2Miy-152" style="edgeStyle=orthogonalEdgeStyle;rounded=0;orthogonalLoop=1;jettySize=auto;html=1;entryX=0;entryY=0.5;entryDx=0;entryDy=0;" target="In8fDh9ZLN2M87an2Miy-162">
          <mxGeometry relative="1" as="geometry" />
        </mxCell>
        <mxCell id="In8fDh9ZLN2M87an2Miy-152" parent="1" style="rhombus;whiteSpace=wrap;html=1;align=center;" value="&lt;div style=&quot;&quot;&gt;&lt;span style=&quot;background-color: transparent; color: light-dark(rgb(0, 0, 0), rgb(255, 255, 255));&quot;&gt;&lt;b&gt;request amount &amp;lt;=&amp;nbsp;&lt;br&gt;&lt;/b&gt;&lt;/span&gt;&lt;span style=&quot;font-weight: 700; background-color: transparent; color: light-dark(rgb(0, 0, 0), rgb(255, 255, 255));&quot;&gt;credit_line_accounts.available_amount&lt;/span&gt;&lt;/div&gt;" vertex="1">
          <mxGeometry height="285" width="270" x="990" y="992.5" as="geometry" />
        </mxCell>
        <mxCell id="P7TJZT1PVnBYbLh7lMs1-58" edge="1" parent="1" source="In8fDh9ZLN2M87an2Miy-161" style="edgeStyle=orthogonalEdgeStyle;rounded=0;orthogonalLoop=1;jettySize=auto;html=1;entryX=0;entryY=0.5;entryDx=0;entryDy=0;" target="In8fDh9ZLN2M87an2Miy-152">
          <mxGeometry relative="1" as="geometry" />
        </mxCell>
        <mxCell id="In8fDh9ZLN2M87an2Miy-161" parent="1" style="rounded=0;whiteSpace=wrap;html=1;" value="&lt;span style=&quot;font-weight: 700;&quot;&gt;credit_line_accounts&lt;br&gt;&lt;/span&gt;row lock" vertex="1">
          <mxGeometry height="60" width="145" x="750" y="1105" as="geometry" />
        </mxCell>
        <mxCell id="In8fDh9ZLN2M87an2Miy-165" edge="1" parent="1" source="In8fDh9ZLN2M87an2Miy-162" style="edgeStyle=orthogonalEdgeStyle;rounded=0;orthogonalLoop=1;jettySize=auto;html=1;" target="In8fDh9ZLN2M87an2Miy-12">
          <mxGeometry relative="1" as="geometry" />
        </mxCell>
        <mxCell id="In8fDh9ZLN2M87an2Miy-162" parent="1" style="rounded=0;whiteSpace=wrap;html=1;" value="&lt;span style=&quot;font-weight: 700; text-align: left;&quot;&gt;ROWLOCK -&amp;gt;&lt;br&gt;credit_line_accounts.reserved_amount &lt;br&gt;+= amount&lt;/span&gt;" vertex="1">
          <mxGeometry height="60" width="250" x="1360" y="1105" as="geometry" />
        </mxCell>
        <mxCell id="In8fDh9ZLN2M87an2Miy-174" parent="1" style="text;html=1;whiteSpace=wrap;strokeColor=none;fillColor=none;align=center;verticalAlign=middle;rounded=0;" value="&lt;div style=&quot;background-color:#ffffff;color:#080808&quot;&gt;&lt;pre style=&quot;font-family:&#39;JetBrains Mono&#39;,monospace;font-size:9.8pt;&quot;&gt;&lt;span style=&quot;color:#9e880d;&quot;&gt;@Transactional&lt;/span&gt;(propagation = &lt;span style=&quot;color:#000000;&quot;&gt;Propagation&lt;/span&gt;.&lt;span style=&quot;color:#871094;font-style:italic;&quot;&gt;REQUIRES_NEW&lt;/span&gt;)&lt;/pre&gt;&lt;/div&gt;" vertex="1">
          <mxGeometry height="30" width="240" x="1005" y="900" as="geometry" />
        </mxCell>
        <mxCell id="In8fDh9ZLN2M87an2Miy-175" parent="1" style="whiteSpace=wrap;html=1;" value="Rollback, return error" vertex="1">
          <mxGeometry height="60" width="132.5" x="1058.75" y="1352.5" as="geometry" />
        </mxCell>
        <mxCell id="In8fDh9ZLN2M87an2Miy-185" parent="1" style="whiteSpace=wrap;html=1;fontStyle=0;startSize=30;horizontal=1;" value="return success to client&lt;br&gt;(&quot;Request succeeded, will be processed within 5-10 mins&quot;?)" vertex="1">
          <mxGeometry height="162.5" width="210" x="2050" y="1053.75" as="geometry" />
        </mxCell>
        <mxCell id="In8fDh9ZLN2M87an2Miy-189" parent="1" style="text;html=1;whiteSpace=wrap;strokeColor=none;fillColor=none;align=center;verticalAlign=middle;rounded=0;fontSize=26;" value="&lt;div style=&quot;background-color:#ffffff;color:#080808&quot;&gt;&lt;pre style=&quot;font-family: &amp;quot;JetBrains Mono&amp;quot;, monospace;&quot;&gt;&lt;span style=&quot;color:#9e880d;&quot;&gt;@Transactional&lt;/span&gt;(propagation = &lt;span style=&quot;color:#000000;&quot;&gt;Propagation&lt;/span&gt;.&lt;span style=&quot;color:#871094;font-style:italic;&quot;&gt;REQUIRES_NEW&lt;/span&gt;)&lt;/pre&gt;&lt;/div&gt;" vertex="1">
          <mxGeometry height="30" width="240" x="4918.87" y="1265" as="geometry" />
        </mxCell>
        <mxCell id="In8fDh9ZLN2M87an2Miy-198" parent="1" style="text;html=1;whiteSpace=wrap;strokeColor=none;fillColor=none;align=center;verticalAlign=middle;rounded=0;fontSize=32;" value="BNPL request flow" vertex="1">
          <mxGeometry height="30" width="470" x="-80" y="2930" as="geometry" />
        </mxCell>
        <mxCell id="In8fDh9ZLN2M87an2Miy-199" edge="1" parent="1" source="In8fDh9ZLN2M87an2Miy-200" style="edgeStyle=orthogonalEdgeStyle;rounded=0;orthogonalLoop=1;jettySize=auto;html=1;" target="In8fDh9ZLN2M87an2Miy-202" value="">
          <mxGeometry relative="1" as="geometry" />
        </mxCell>
        <mxCell id="In8fDh9ZLN2M87an2Miy-200" parent="1" style="shape=umlActor;verticalLabelPosition=bottom;verticalAlign=top;html=1;outlineConnect=0;" value="Actor" vertex="1">
          <mxGeometry height="60" width="30" x="20" y="3135" as="geometry" />
        </mxCell>
        <mxCell id="In8fDh9ZLN2M87an2Miy-201" edge="1" parent="1" source="In8fDh9ZLN2M87an2Miy-202" style="edgeStyle=orthogonalEdgeStyle;rounded=0;orthogonalLoop=1;jettySize=auto;html=1;entryX=0.011;entryY=0.06;entryDx=0;entryDy=0;entryPerimeter=0;" target="In8fDh9ZLN2M87an2Miy-209" value="">
          <mxGeometry relative="1" as="geometry">
            <mxPoint x="440" y="3165" as="targetPoint" />
          </mxGeometry>
        </mxCell>
        <mxCell id="In8fDh9ZLN2M87an2Miy-202" parent="1" style="whiteSpace=wrap;html=1;verticalAlign=top;" value="&lt;div&gt;&lt;br&gt;&lt;/div&gt;&lt;div&gt;One tap loan&lt;/div&gt;" vertex="1">
          <mxGeometry height="60" width="120" x="230" y="3135" as="geometry" />
        </mxCell>
        <mxCell id="In8fDh9ZLN2M87an2Miy-203" edge="1" parent="1" source="In8fDh9ZLN2M87an2Miy-205" style="edgeStyle=orthogonalEdgeStyle;rounded=0;orthogonalLoop=1;jettySize=auto;html=1;" target="In8fDh9ZLN2M87an2Miy-206" value="">
          <mxGeometry relative="1" as="geometry" />
        </mxCell>
        <mxCell id="In8fDh9ZLN2M87an2Miy-204" connectable="0" parent="In8fDh9ZLN2M87an2Miy-203" style="edgeLabel;html=1;align=center;verticalAlign=middle;resizable=0;points=[];" value="0" vertex="1">
          <mxGeometry relative="1" x="-0.2091" y="-1" as="geometry">
            <mxPoint as="offset" />
          </mxGeometry>
        </mxCell>
        <mxCell id="In8fDh9ZLN2M87an2Miy-213" edge="1" parent="1" source="In8fDh9ZLN2M87an2Miy-205" style="edgeStyle=orthogonalEdgeStyle;rounded=0;orthogonalLoop=1;jettySize=auto;html=1;" target="In8fDh9ZLN2M87an2Miy-212" value="">
          <mxGeometry relative="1" as="geometry" />
        </mxCell>
        <mxCell id="In8fDh9ZLN2M87an2Miy-205" parent="1" style="rhombus;whiteSpace=wrap;html=1;verticalAlign=top;" value="&lt;br&gt;&lt;br&gt;&lt;div&gt;&lt;br&gt;&lt;/div&gt;&lt;div&gt;Loan validation&lt;br&gt;success&lt;/div&gt;" vertex="1">
          <mxGeometry height="120" width="140" x="720" y="3105" as="geometry" />
        </mxCell>
        <mxCell id="In8fDh9ZLN2M87an2Miy-206" parent="1" style="whiteSpace=wrap;html=1;verticalAlign=middle;" value="Return err message" vertex="1">
          <mxGeometry height="60" width="120" x="730" y="3305" as="geometry" />
        </mxCell>
        <mxCell id="In8fDh9ZLN2M87an2Miy-207" edge="1" parent="1" source="In8fDh9ZLN2M87an2Miy-208" style="edgeStyle=orthogonalEdgeStyle;rounded=0;orthogonalLoop=1;jettySize=auto;html=1;entryX=0;entryY=0.5;entryDx=0;entryDy=0;" target="In8fDh9ZLN2M87an2Miy-205">
          <mxGeometry relative="1" as="geometry" />
        </mxCell>
        <mxCell id="In8fDh9ZLN2M87an2Miy-208" parent="1" style="swimlane;fontStyle=0;childLayout=stackLayout;horizontal=1;startSize=30;horizontalStack=0;resizeParent=1;resizeParentMax=0;resizeLast=0;collapsible=1;marginBottom=0;whiteSpace=wrap;html=1;" value="Validations" vertex="1">
          <mxGeometry height="120" width="140" x="460" y="3135" as="geometry" />
        </mxCell>
        <mxCell id="In8fDh9ZLN2M87an2Miy-209" parent="In8fDh9ZLN2M87an2Miy-208" style="text;strokeColor=none;fillColor=none;align=left;verticalAlign=middle;spacingLeft=4;spacingRight=4;overflow=hidden;points=[[0,0.5],[1,0.5]];portConstraint=eastwest;rotatable=0;whiteSpace=wrap;html=1;" value="user status" vertex="1">
          <mxGeometry height="30" width="140" y="30" as="geometry" />
        </mxCell>
        <mxCell id="In8fDh9ZLN2M87an2Miy-210" parent="In8fDh9ZLN2M87an2Miy-208" style="text;strokeColor=none;fillColor=none;align=left;verticalAlign=middle;spacingLeft=4;spacingRight=4;overflow=hidden;points=[[0,0.5],[1,0.5]];portConstraint=eastwest;rotatable=0;whiteSpace=wrap;html=1;" value="kyc status" vertex="1">
          <mxGeometry height="30" width="140" y="60" as="geometry" />
        </mxCell>
        <mxCell id="In8fDh9ZLN2M87an2Miy-211" parent="In8fDh9ZLN2M87an2Miy-208" style="text;strokeColor=none;fillColor=none;align=left;verticalAlign=middle;spacingLeft=4;spacingRight=4;overflow=hidden;points=[[0,0.5],[1,0.5]];portConstraint=eastwest;rotatable=0;whiteSpace=wrap;html=1;" value="loan limit status" vertex="1">
          <mxGeometry height="30" width="140" y="90" as="geometry" />
        </mxCell>
        <mxCell id="In8fDh9ZLN2M87an2Miy-212" parent="1" style="whiteSpace=wrap;html=1;verticalAlign=middle;" value="Same as one-tap ??" vertex="1">
          <mxGeometry height="60" width="120" x="950" y="3135" as="geometry" />
        </mxCell>
        <mxCell id="In8fDh9ZLN2M87an2Miy-218" edge="1" parent="1" source="In8fDh9ZLN2M87an2Miy-214" style="edgeStyle=orthogonalEdgeStyle;rounded=0;orthogonalLoop=1;jettySize=auto;html=1;entryX=0;entryY=0.5;entryDx=0;entryDy=0;" target="In8fDh9ZLN2M87an2Miy-134">
          <mxGeometry relative="1" as="geometry">
            <Array as="points">
              <mxPoint x="4860" y="2630" />
            </Array>
          </mxGeometry>
        </mxCell>
        <mxCell id="In8fDh9ZLN2M87an2Miy-221" edge="1" parent="1" source="In8fDh9ZLN2M87an2Miy-214" style="edgeStyle=orthogonalEdgeStyle;rounded=0;orthogonalLoop=1;jettySize=auto;html=1;entryX=0;entryY=0.5;entryDx=0;entryDy=0;" target="In8fDh9ZLN2M87an2Miy-149">
          <mxGeometry relative="1" as="geometry">
            <Array as="points">
              <mxPoint x="4303" y="2680" />
            </Array>
          </mxGeometry>
        </mxCell>
        <mxCell id="In8fDh9ZLN2M87an2Miy-214" parent="1" style="rhombus;whiteSpace=wrap;html=1;" value="200" vertex="1">
          <mxGeometry height="80" width="80" x="4262.62" y="2590" as="geometry" />
        </mxCell>
        <mxCell id="In8fDh9ZLN2M87an2Miy-223" edge="1" parent="1" source="In8fDh9ZLN2M87an2Miy-222" style="edgeStyle=orthogonalEdgeStyle;rounded=0;orthogonalLoop=1;jettySize=auto;html=1;" target="In8fDh9ZLN2M87an2Miy-134">
          <mxGeometry relative="1" as="geometry" />
        </mxCell>
        <mxCell id="In8fDh9ZLN2M87an2Miy-226" edge="1" parent="1" source="In8fDh9ZLN2M87an2Miy-222" style="edgeStyle=orthogonalEdgeStyle;rounded=0;orthogonalLoop=1;jettySize=auto;html=1;" target="In8fDh9ZLN2M87an2Miy-225" value="">
          <mxGeometry relative="1" as="geometry" />
        </mxCell>
        <mxCell id="In8fDh9ZLN2M87an2Miy-222" parent="1" style="rhombus;whiteSpace=wrap;html=1;" value="loan -&amp;gt; casa &lt;br&gt;amount match" vertex="1">
          <mxGeometry height="156.25" width="155" x="4561.37" y="2201.88" as="geometry" />
        </mxCell>
        <mxCell id="In8fDh9ZLN2M87an2Miy-225" parent="1" style="whiteSpace=wrap;html=1;" value="status = manual_review??" vertex="1">
          <mxGeometry height="60" width="120" x="4578.87" y="2429.995" as="geometry" />
        </mxCell>
        <mxCell id="P7TJZT1PVnBYbLh7lMs1-3" parent="1" style="whiteSpace=wrap;html=1;rounded=0;" value="Polaris&lt;br&gt;/line/openAccount" vertex="1">
          <mxGeometry height="60" width="120" x="2420" y="210" as="geometry" />
        </mxCell>
        <mxCell id="P7TJZT1PVnBYbLh7lMs1-5" parent="1" style="swimlane;fontStyle=0;childLayout=stackLayout;horizontal=1;startSize=30;horizontalStack=0;resizeParent=1;resizeParentMax=0;resizeLast=0;collapsible=1;marginBottom=0;whiteSpace=wrap;html=1;" value="expected calls in order:" vertex="1">
          <mxGeometry height="210" width="270" x="3160" y="1991.88" as="geometry" />
        </mxCell>
        <mxCell id="P7TJZT1PVnBYbLh7lMs1-6" parent="P7TJZT1PVnBYbLh7lMs1-5" style="text;strokeColor=none;fillColor=none;align=left;verticalAlign=middle;spacingLeft=4;spacingRight=4;overflow=hidden;points=[[0,0.5],[1,0.5]];portConstraint=eastwest;rotatable=0;whiteSpace=wrap;html=1;" value="&lt;span style=&quot;text-align: center;&quot;&gt;/loan/createAccount - no retry&lt;/span&gt;" vertex="1">
          <mxGeometry height="30" width="270" y="30" as="geometry" />
        </mxCell>
        <mxCell id="P7TJZT1PVnBYbLh7lMs1-7" parent="P7TJZT1PVnBYbLh7lMs1-5" style="text;strokeColor=none;fillColor=none;align=left;verticalAlign=middle;spacingLeft=4;spacingRight=4;overflow=hidden;points=[[0,0.5],[1,0.5]];portConstraint=eastwest;rotatable=0;whiteSpace=wrap;html=1;" value="&lt;span style=&quot;text-align: center;&quot;&gt;/loan/&lt;/span&gt;&lt;span style=&quot;background-color: rgb(252, 246, 219); color: rgb(0, 0, 0); font-family: &amp;quot;Anonymous Pro&amp;quot;, Menlo, Consolas, &amp;quot;Bitstream Vera Sans Mono&amp;quot;, &amp;quot;Courier New&amp;quot;, monospace; font-size: 0.9em;&quot;&gt;createNrsSchedule - retry&lt;/span&gt;" vertex="1">
          <mxGeometry height="30" width="270" y="60" as="geometry" />
        </mxCell>
        <mxCell id="P7TJZT1PVnBYbLh7lMs1-8" parent="P7TJZT1PVnBYbLh7lMs1-5" style="text;strokeColor=none;fillColor=none;align=left;verticalAlign=middle;spacingLeft=4;spacingRight=4;overflow=hidden;points=[[0,0.5],[1,0.5]];portConstraint=eastwest;rotatable=0;whiteSpace=wrap;html=1;" value="&lt;span style=&quot;text-align: center;&quot;&gt;/loan/openAccount - retry&lt;/span&gt;" vertex="1">
          <mxGeometry height="30" width="270" y="90" as="geometry" />
        </mxCell>
        <mxCell id="P7TJZT1PVnBYbLh7lMs1-9" parent="P7TJZT1PVnBYbLh7lMs1-5" style="text;strokeColor=none;fillColor=none;align=left;verticalAlign=middle;spacingLeft=4;spacingRight=4;overflow=hidden;points=[[0,0.5],[1,0.5]];portConstraint=eastwest;rotatable=0;whiteSpace=wrap;html=1;" value="&lt;span style=&quot;font-family: &amp;quot;Anonymous Pro&amp;quot;, Menlo, Consolas, &amp;quot;Bitstream Vera Sans Mono&amp;quot;, &amp;quot;Courier New&amp;quot;, monospace; font-size: 10.8px; white-space: pre-wrap;&quot;&gt;&lt;font style=&quot;color: light-dark(rgb(237, 237, 237), rgb(255, 255, 255));&quot;&gt;/line/linkLineAccountToLoan - retry?&lt;/font&gt;&lt;/span&gt;" vertex="1">
          <mxGeometry height="30" width="270" y="120" as="geometry" />
        </mxCell>
        <mxCell id="P7TJZT1PVnBYbLh7lMs1-10" parent="P7TJZT1PVnBYbLh7lMs1-5" style="text;strokeColor=none;fillColor=none;align=left;verticalAlign=middle;spacingLeft=4;spacingRight=4;overflow=hidden;points=[[0,0.5],[1,0.5]];portConstraint=eastwest;rotatable=0;whiteSpace=wrap;html=1;" value="&lt;span style=&quot;text-align: center;&quot;&gt;/loan/&lt;/span&gt;&lt;span style=&quot;white-space: pre-wrap; color: rgb(33, 33, 33); font-family: Inter, system-ui, -apple-system, &amp;quot;system-ui&amp;quot;, &amp;quot;Segoe UI&amp;quot;, Roboto, Oxygen, Ubuntu, Cantarell, &amp;quot;Fira Sans&amp;quot;, &amp;quot;Droid Sans&amp;quot;, Helvetica, Arial, sans-serif; background-color: rgb(255, 255, 255);&quot;&gt;grantLoanNonCash - retry&lt;/span&gt;" vertex="1">
          <mxGeometry height="30" width="270" y="150" as="geometry" />
        </mxCell>
        <mxCell id="P7TJZT1PVnBYbLh7lMs1-11" parent="P7TJZT1PVnBYbLh7lMs1-5" style="text;strokeColor=none;fillColor=none;align=left;verticalAlign=middle;spacingLeft=4;spacingRight=4;overflow=hidden;points=[[0,0.5],[1,0.5]];portConstraint=eastwest;rotatable=0;whiteSpace=wrap;html=1;" value="&lt;font face=&quot;Inter, system-ui, -apple-system, system-ui, Segoe UI, Roboto, Oxygen, Ubuntu, Cantarell, Fira Sans, Droid Sans, Helvetica, Arial, sans-serif&quot; style=&quot;color: light-dark(rgb(188, 188, 188), rgb(255, 255, 255));&quot;&gt;&lt;span style=&quot;white-space-collapse: preserve;&quot;&gt;CGW Trigger ??&lt;/span&gt;&lt;/font&gt;" vertex="1">
          <mxGeometry height="30" width="270" y="180" as="geometry" />
        </mxCell>
        <mxCell id="P7TJZT1PVnBYbLh7lMs1-17" edge="1" parent="1" source="P7TJZT1PVnBYbLh7lMs1-15" style="edgeStyle=orthogonalEdgeStyle;rounded=0;orthogonalLoop=1;jettySize=auto;html=1;" target="P7TJZT1PVnBYbLh7lMs1-16" value="">
          <mxGeometry relative="1" as="geometry" />
        </mxCell>
        <mxCell id="P7TJZT1PVnBYbLh7lMs1-15" parent="1" style="rounded=0;whiteSpace=wrap;html=1;" value="/loan/&lt;span style=&quot;background-color: rgb(252, 246, 219); color: rgb(0, 0, 0); font-family: &amp;quot;Anonymous Pro&amp;quot;, Menlo, Consolas, &amp;quot;Bitstream Vera Sans Mono&amp;quot;, &amp;quot;Courier New&amp;quot;, monospace; font-size: 0.9em; text-align: start;&quot;&gt;getCustomerLoanAccountList&lt;/span&gt;" vertex="1">
          <mxGeometry height="60" width="270" x="2890" y="2243.75" as="geometry" />
        </mxCell>
        <mxCell id="P7TJZT1PVnBYbLh7lMs1-23" edge="1" parent="1" source="P7TJZT1PVnBYbLh7lMs1-16" style="edgeStyle=orthogonalEdgeStyle;rounded=0;orthogonalLoop=1;jettySize=auto;html=1;" target="P7TJZT1PVnBYbLh7lMs1-22" value="">
          <mxGeometry relative="1" as="geometry" />
        </mxCell>
        <mxCell id="P7TJZT1PVnBYbLh7lMs1-33" edge="1" parent="1" source="P7TJZT1PVnBYbLh7lMs1-16" style="edgeStyle=orthogonalEdgeStyle;rounded=0;orthogonalLoop=1;jettySize=auto;html=1;" target="P7TJZT1PVnBYbLh7lMs1-32" value="">
          <mxGeometry relative="1" as="geometry" />
        </mxCell>
        <mxCell id="P7TJZT1PVnBYbLh7lMs1-16" parent="1" style="rhombus;whiteSpace=wrap;html=1;rounded=0;" value="product match&lt;br&gt;amount match&lt;br&gt;status = new" vertex="1">
          <mxGeometry height="190" width="190" x="2930" y="2371.87" as="geometry" />
        </mxCell>
        <mxCell id="P7TJZT1PVnBYbLh7lMs1-25" edge="1" parent="1" source="P7TJZT1PVnBYbLh7lMs1-22" style="edgeStyle=orthogonalEdgeStyle;rounded=0;orthogonalLoop=1;jettySize=auto;html=1;" target="P7TJZT1PVnBYbLh7lMs1-24" value="">
          <mxGeometry relative="1" as="geometry" />
        </mxCell>
        <mxCell id="P7TJZT1PVnBYbLh7lMs1-22" parent="1" style="whiteSpace=wrap;html=1;rounded=0;" value="/loan/&lt;span style=&quot;background-color: rgb(252, 246, 219); color: rgb(0, 0, 0); font-family: &amp;quot;Anonymous Pro&amp;quot;, Menlo, Consolas, &amp;quot;Bitstream Vera Sans Mono&amp;quot;, &amp;quot;Courier New&amp;quot;, monospace; font-size: 0.9em; text-align: start;&quot;&gt;getNrsSchedule&lt;/span&gt;" vertex="1">
          <mxGeometry height="60" width="215" x="3200" y="2436.87" as="geometry" />
        </mxCell>
        <mxCell id="P7TJZT1PVnBYbLh7lMs1-29" edge="1" parent="1" source="P7TJZT1PVnBYbLh7lMs1-24" style="edgeStyle=orthogonalEdgeStyle;rounded=0;orthogonalLoop=1;jettySize=auto;html=1;" target="P7TJZT1PVnBYbLh7lMs1-28" value="">
          <mxGeometry relative="1" as="geometry" />
        </mxCell>
        <mxCell id="P7TJZT1PVnBYbLh7lMs1-31" edge="1" parent="1" source="P7TJZT1PVnBYbLh7lMs1-24" style="edgeStyle=orthogonalEdgeStyle;rounded=0;orthogonalLoop=1;jettySize=auto;html=1;" target="P7TJZT1PVnBYbLh7lMs1-30" value="">
          <mxGeometry relative="1" as="geometry" />
        </mxCell>
        <mxCell id="P7TJZT1PVnBYbLh7lMs1-24" parent="1" style="rhombus;whiteSpace=wrap;html=1;rounded=0;" value="schedule match?" vertex="1">
          <mxGeometry height="115" width="110" x="3510" y="2409.37" as="geometry" />
        </mxCell>
        <mxCell id="P7TJZT1PVnBYbLh7lMs1-28" parent="1" style="whiteSpace=wrap;html=1;rounded=0;" value="/loan/openAccount&amp;nbsp;" vertex="1">
          <mxGeometry height="60" width="155" x="3695" y="2436.87" as="geometry" />
        </mxCell>
        <mxCell id="P7TJZT1PVnBYbLh7lMs1-30" parent="1" style="whiteSpace=wrap;html=1;rounded=0;" value="/loan/&lt;span style=&quot;background-color: rgb(252, 246, 219); color: rgb(0, 0, 0); font-family: &amp;quot;Anonymous Pro&amp;quot;, Menlo, Consolas, &amp;quot;Bitstream Vera Sans Mono&amp;quot;, &amp;quot;Courier New&amp;quot;, monospace; font-size: 0.9em; text-align: start;&quot;&gt;updateNrsSchedule&lt;/span&gt;" vertex="1">
          <mxGeometry height="60" width="195" x="3467.5" y="2631.87" as="geometry" />
        </mxCell>
        <mxCell id="P7TJZT1PVnBYbLh7lMs1-32" parent="1" style="rhombus;whiteSpace=wrap;html=1;rounded=0;" value="product match&lt;br&gt;amount match&lt;br&gt;status = active" vertex="1">
          <mxGeometry height="213.13" width="213.13" x="2918.43" y="2696.87" as="geometry" />
        </mxCell>
        <mxCell id="P7TJZT1PVnBYbLh7lMs1-44" edge="1" parent="1" source="P7TJZT1PVnBYbLh7lMs1-41" style="edgeStyle=orthogonalEdgeStyle;rounded=0;orthogonalLoop=1;jettySize=auto;html=1;" target="P7TJZT1PVnBYbLh7lMs1-43" value="">
          <mxGeometry relative="1" as="geometry" />
        </mxCell>
        <mxCell id="P7TJZT1PVnBYbLh7lMs1-41" parent="1" style="whiteSpace=wrap;html=1;verticalAlign=middle;" value="Rate limit by user" vertex="1">
          <mxGeometry height="60" width="120" x="-1010" y="1105" as="geometry" />
        </mxCell>
        <mxCell id="P7TJZT1PVnBYbLh7lMs1-43" parent="1" style="whiteSpace=wrap;html=1;" value="Circuit breaker" vertex="1">
          <mxGeometry height="60" width="120" x="-835" y="1105" as="geometry" />
        </mxCell>
        <mxCell id="P7TJZT1PVnBYbLh7lMs1-45" edge="1" parent="1" source="P7TJZT1PVnBYbLh7lMs1-43" style="edgeStyle=orthogonalEdgeStyle;rounded=0;orthogonalLoop=1;jettySize=auto;html=1;entryX=-0.015;entryY=0.128;entryDx=0;entryDy=0;entryPerimeter=0;" target="In8fDh9ZLN2M87an2Miy-27">
          <mxGeometry relative="1" as="geometry" />
        </mxCell>
        <mxCell id="P7TJZT1PVnBYbLh7lMs1-46" parent="1" style="swimlane;fontStyle=0;childLayout=stackLayout;horizontal=1;startSize=30;horizontalStack=0;resizeParent=1;resizeParentMax=0;resizeLast=0;collapsible=1;marginBottom=0;whiteSpace=wrap;html=1;" value="alternative batch calls in order" vertex="1">
          <mxGeometry height="210" width="270" x="2040" y="1290" as="geometry" />
        </mxCell>
        <mxCell id="P7TJZT1PVnBYbLh7lMs1-47" parent="P7TJZT1PVnBYbLh7lMs1-46" style="text;strokeColor=none;fillColor=none;align=left;verticalAlign=middle;spacingLeft=4;spacingRight=4;overflow=hidden;points=[[0,0.5],[1,0.5]];portConstraint=eastwest;rotatable=0;whiteSpace=wrap;html=1;" value="&lt;span style=&quot;text-align: center;&quot;&gt;/loan/createAccount - no retry&lt;/span&gt;" vertex="1">
          <mxGeometry height="30" width="270" y="30" as="geometry" />
        </mxCell>
        <mxCell id="P7TJZT1PVnBYbLh7lMs1-48" parent="P7TJZT1PVnBYbLh7lMs1-46" style="text;strokeColor=none;fillColor=none;align=left;verticalAlign=middle;spacingLeft=4;spacingRight=4;overflow=hidden;points=[[0,0.5],[1,0.5]];portConstraint=eastwest;rotatable=0;whiteSpace=wrap;html=1;" value="&lt;span style=&quot;text-align: center;&quot;&gt;/loan/&lt;/span&gt;&lt;span style=&quot;background-color: rgb(252, 246, 219); color: rgb(0, 0, 0); font-family: &amp;quot;Anonymous Pro&amp;quot;, Menlo, Consolas, &amp;quot;Bitstream Vera Sans Mono&amp;quot;, &amp;quot;Courier New&amp;quot;, monospace; font-size: 0.9em;&quot;&gt;createNrsSchedule - retry&lt;/span&gt;" vertex="1">
          <mxGeometry height="30" width="270" y="60" as="geometry" />
        </mxCell>
        <mxCell id="P7TJZT1PVnBYbLh7lMs1-49" parent="P7TJZT1PVnBYbLh7lMs1-46" style="text;strokeColor=none;fillColor=none;align=left;verticalAlign=middle;spacingLeft=4;spacingRight=4;overflow=hidden;points=[[0,0.5],[1,0.5]];portConstraint=eastwest;rotatable=0;whiteSpace=wrap;html=1;" value="&lt;span style=&quot;text-align: center;&quot;&gt;/loan/openAccount - retry&lt;/span&gt;" vertex="1">
          <mxGeometry height="30" width="270" y="90" as="geometry" />
        </mxCell>
        <mxCell id="P7TJZT1PVnBYbLh7lMs1-50" parent="P7TJZT1PVnBYbLh7lMs1-46" style="text;strokeColor=none;fillColor=none;align=left;verticalAlign=middle;spacingLeft=4;spacingRight=4;overflow=hidden;points=[[0,0.5],[1,0.5]];portConstraint=eastwest;rotatable=0;whiteSpace=wrap;html=1;" value="&lt;span style=&quot;font-family: &amp;quot;Anonymous Pro&amp;quot;, Menlo, Consolas, &amp;quot;Bitstream Vera Sans Mono&amp;quot;, &amp;quot;Courier New&amp;quot;, monospace; font-size: 10.8px; white-space: pre-wrap;&quot;&gt;&lt;font style=&quot;color: light-dark(rgb(237, 237, 237), rgb(255, 255, 255));&quot;&gt;/line/linkLineAccountToLoan - retry&lt;/font&gt;&lt;/span&gt;" vertex="1">
          <mxGeometry height="30" width="270" y="120" as="geometry" />
        </mxCell>
        <mxCell id="P7TJZT1PVnBYbLh7lMs1-51" parent="P7TJZT1PVnBYbLh7lMs1-46" style="text;strokeColor=none;fillColor=none;align=left;verticalAlign=middle;spacingLeft=4;spacingRight=4;overflow=hidden;points=[[0,0.5],[1,0.5]];portConstraint=eastwest;rotatable=0;whiteSpace=wrap;html=1;" value="&lt;span style=&quot;text-align: center;&quot;&gt;/loan/&lt;/span&gt;&lt;span style=&quot;white-space: pre-wrap; color: rgb(33, 33, 33); font-family: Inter, system-ui, -apple-system, &amp;quot;system-ui&amp;quot;, &amp;quot;Segoe UI&amp;quot;, Roboto, Oxygen, Ubuntu, Cantarell, &amp;quot;Fira Sans&amp;quot;, &amp;quot;Droid Sans&amp;quot;, Helvetica, Arial, sans-serif; background-color: rgb(255, 255, 255);&quot;&gt;grantLoanNonCash - retry&lt;/span&gt;" vertex="1">
          <mxGeometry height="30" width="270" y="150" as="geometry" />
        </mxCell>
        <mxCell id="P7TJZT1PVnBYbLh7lMs1-52" parent="P7TJZT1PVnBYbLh7lMs1-46" style="text;strokeColor=none;fillColor=none;align=left;verticalAlign=middle;spacingLeft=4;spacingRight=4;overflow=hidden;points=[[0,0.5],[1,0.5]];portConstraint=eastwest;rotatable=0;whiteSpace=wrap;html=1;" value="&lt;font face=&quot;Inter, system-ui, -apple-system, system-ui, Segoe UI, Roboto, Oxygen, Ubuntu, Cantarell, Fira Sans, Droid Sans, Helvetica, Arial, sans-serif&quot; style=&quot;color: light-dark(rgb(188, 188, 188), rgb(255, 255, 255));&quot;&gt;&lt;span style=&quot;white-space-collapse: preserve;&quot;&gt;CGW Trigger - no retry&lt;/span&gt;&lt;/font&gt;" vertex="1">
          <mxGeometry height="30" width="270" y="180" as="geometry" />
        </mxCell>
        <mxCell id="P7TJZT1PVnBYbLh7lMs1-55" connectable="0" parent="1" style="group" value="" vertex="1">
          <mxGeometry height="777.5" width="405" x="-127" y="1022.5" as="geometry" />
        </mxCell>
        <mxCell id="P7TJZT1PVnBYbLh7lMs1-38" edge="1" parent="P7TJZT1PVnBYbLh7lMs1-55" source="In8fDh9ZLN2M87an2Miy-228" style="edgeStyle=orthogonalEdgeStyle;rounded=0;orthogonalLoop=1;jettySize=auto;html=1;entryX=0.5;entryY=0;entryDx=0;entryDy=0;" target="In8fDh9ZLN2M87an2Miy-233">
          <mxGeometry relative="1" as="geometry" />
        </mxCell>
        <mxCell id="In8fDh9ZLN2M87an2Miy-228" parent="P7TJZT1PVnBYbLh7lMs1-55" style="rhombus;whiteSpace=wrap;html=1;" value="Polaris&lt;br&gt;/line/&lt;span style=&quot;color: rgb(33, 33, 33); font-family: Inter, system-ui, -apple-system, &amp;quot;system-ui&amp;quot;, &amp;quot;Segoe UI&amp;quot;, Roboto, Oxygen, Ubuntu, Cantarell, &amp;quot;Fira Sans&amp;quot;, &amp;quot;Droid Sans&amp;quot;, Helvetica, Arial, sans-serif; text-align: left; white-space: pre-wrap; background-color: rgb(255, 255, 255);&quot;&gt;getAccountDetail&lt;/span&gt;&lt;br&gt;200" vertex="1">
          <mxGeometry height="225" width="250" as="geometry" />
        </mxCell>
        <mxCell id="In8fDh9ZLN2M87an2Miy-236" edge="1" parent="P7TJZT1PVnBYbLh7lMs1-55" source="In8fDh9ZLN2M87an2Miy-233" style="edgeStyle=orthogonalEdgeStyle;rounded=0;orthogonalLoop=1;jettySize=auto;html=1;" target="In8fDh9ZLN2M87an2Miy-235" value="">
          <mxGeometry relative="1" as="geometry" />
        </mxCell>
        <mxCell id="In8fDh9ZLN2M87an2Miy-242" edge="1" parent="P7TJZT1PVnBYbLh7lMs1-55" source="In8fDh9ZLN2M87an2Miy-233" style="edgeStyle=orthogonalEdgeStyle;rounded=0;orthogonalLoop=1;jettySize=auto;html=1;entryX=0;entryY=0.5;entryDx=0;entryDy=0;" target="In8fDh9ZLN2M87an2Miy-241" value="">
          <mxGeometry relative="1" as="geometry">
            <mxPoint x="195" y="340" as="targetPoint" />
          </mxGeometry>
        </mxCell>
        <mxCell id="In8fDh9ZLN2M87an2Miy-233" parent="P7TJZT1PVnBYbLh7lMs1-55" style="rhombus;whiteSpace=wrap;html=1;" value="501" vertex="1">
          <mxGeometry height="80" width="80" x="85" y="300" as="geometry" />
        </mxCell>
        <mxCell id="In8fDh9ZLN2M87an2Miy-238" edge="1" parent="P7TJZT1PVnBYbLh7lMs1-55" source="In8fDh9ZLN2M87an2Miy-235" style="edgeStyle=orthogonalEdgeStyle;rounded=0;orthogonalLoop=1;jettySize=auto;html=1;entryX=0;entryY=0.5;entryDx=0;entryDy=0;" target="In8fDh9ZLN2M87an2Miy-237" value="">
          <mxGeometry relative="1" as="geometry">
            <mxPoint x="265" y="592.5" as="targetPoint" />
          </mxGeometry>
        </mxCell>
        <mxCell id="In8fDh9ZLN2M87an2Miy-240" edge="1" parent="P7TJZT1PVnBYbLh7lMs1-55" source="In8fDh9ZLN2M87an2Miy-235" style="edgeStyle=orthogonalEdgeStyle;rounded=0;orthogonalLoop=1;jettySize=auto;html=1;" target="In8fDh9ZLN2M87an2Miy-239" value="">
          <mxGeometry relative="1" as="geometry" />
        </mxCell>
        <mxCell id="In8fDh9ZLN2M87an2Miy-235" parent="P7TJZT1PVnBYbLh7lMs1-55" style="rhombus;whiteSpace=wrap;html=1;" value="timeout, http err" vertex="1">
          <mxGeometry height="125" width="120" x="65" y="530" as="geometry" />
        </mxCell>
        <mxCell id="In8fDh9ZLN2M87an2Miy-237" parent="P7TJZT1PVnBYbLh7lMs1-55" style="whiteSpace=wrap;html=1;" value="return err msg&lt;br&gt;try again" vertex="1">
          <mxGeometry height="60" width="120" x="285" y="562.5" as="geometry" />
        </mxCell>
        <mxCell id="P7TJZT1PVnBYbLh7lMs1-54" edge="1" parent="P7TJZT1PVnBYbLh7lMs1-55" source="In8fDh9ZLN2M87an2Miy-239" style="edgeStyle=orthogonalEdgeStyle;rounded=0;orthogonalLoop=1;jettySize=auto;html=1;" target="P7TJZT1PVnBYbLh7lMs1-53" value="">
          <mxGeometry relative="1" as="geometry" />
        </mxCell>
        <mxCell id="In8fDh9ZLN2M87an2Miy-239" parent="P7TJZT1PVnBYbLh7lMs1-55" style="whiteSpace=wrap;html=1;" value="return err msg&lt;br&gt;try again?" vertex="1">
          <mxGeometry height="60" width="120" x="65" y="717.5" as="geometry" />
        </mxCell>
        <mxCell id="In8fDh9ZLN2M87an2Miy-241" parent="P7TJZT1PVnBYbLh7lMs1-55" style="whiteSpace=wrap;html=1;" value="return err msg?" vertex="1">
          <mxGeometry height="60" width="120" x="275" y="310" as="geometry" />
        </mxCell>
        <mxCell id="P7TJZT1PVnBYbLh7lMs1-53" parent="P7TJZT1PVnBYbLh7lMs1-55" style="whiteSpace=wrap;html=1;" value="return err msg&lt;br&gt;try again?" vertex="1">
          <mxGeometry height="60" width="120" x="65" y="577.5" as="geometry" />
        </mxCell>
        <mxCell id="P7TJZT1PVnBYbLh7lMs1-61" edge="1" parent="1" source="P7TJZT1PVnBYbLh7lMs1-59" style="edgeStyle=orthogonalEdgeStyle;rounded=0;orthogonalLoop=1;jettySize=auto;html=1;entryX=1;entryY=0.5;entryDx=0;entryDy=0;" target="In8fDh9ZLN2M87an2Miy-241">
          <mxGeometry relative="1" as="geometry" />
        </mxCell>
        <mxCell id="P7TJZT1PVnBYbLh7lMs1-62" edge="1" parent="1" source="P7TJZT1PVnBYbLh7lMs1-59" style="edgeStyle=orthogonalEdgeStyle;rounded=0;orthogonalLoop=1;jettySize=auto;html=1;entryX=0;entryY=0.5;entryDx=0;entryDy=0;" target="In8fDh9ZLN2M87an2Miy-161">
          <mxGeometry relative="1" as="geometry" />
        </mxCell>
        <mxCell id="P7TJZT1PVnBYbLh7lMs1-59" parent="1" style="rhombus;whiteSpace=wrap;html=1;" value="line account max &lt;br&gt;not equals&lt;br&gt;credit_limit_max" vertex="1">
          <mxGeometry height="280" width="290" x="240" y="995" as="geometry" />
        </mxCell>
        <mxCell id="P7TJZT1PVnBYbLh7lMs1-60" edge="1" parent="1" source="In8fDh9ZLN2M87an2Miy-228" style="edgeStyle=orthogonalEdgeStyle;rounded=0;orthogonalLoop=1;jettySize=auto;html=1;" target="P7TJZT1PVnBYbLh7lMs1-59" value="">
          <mxGeometry relative="1" as="geometry" />
        </mxCell>
      </root>
    </mxGraphModel>
  </diagram>
</mxfile>
